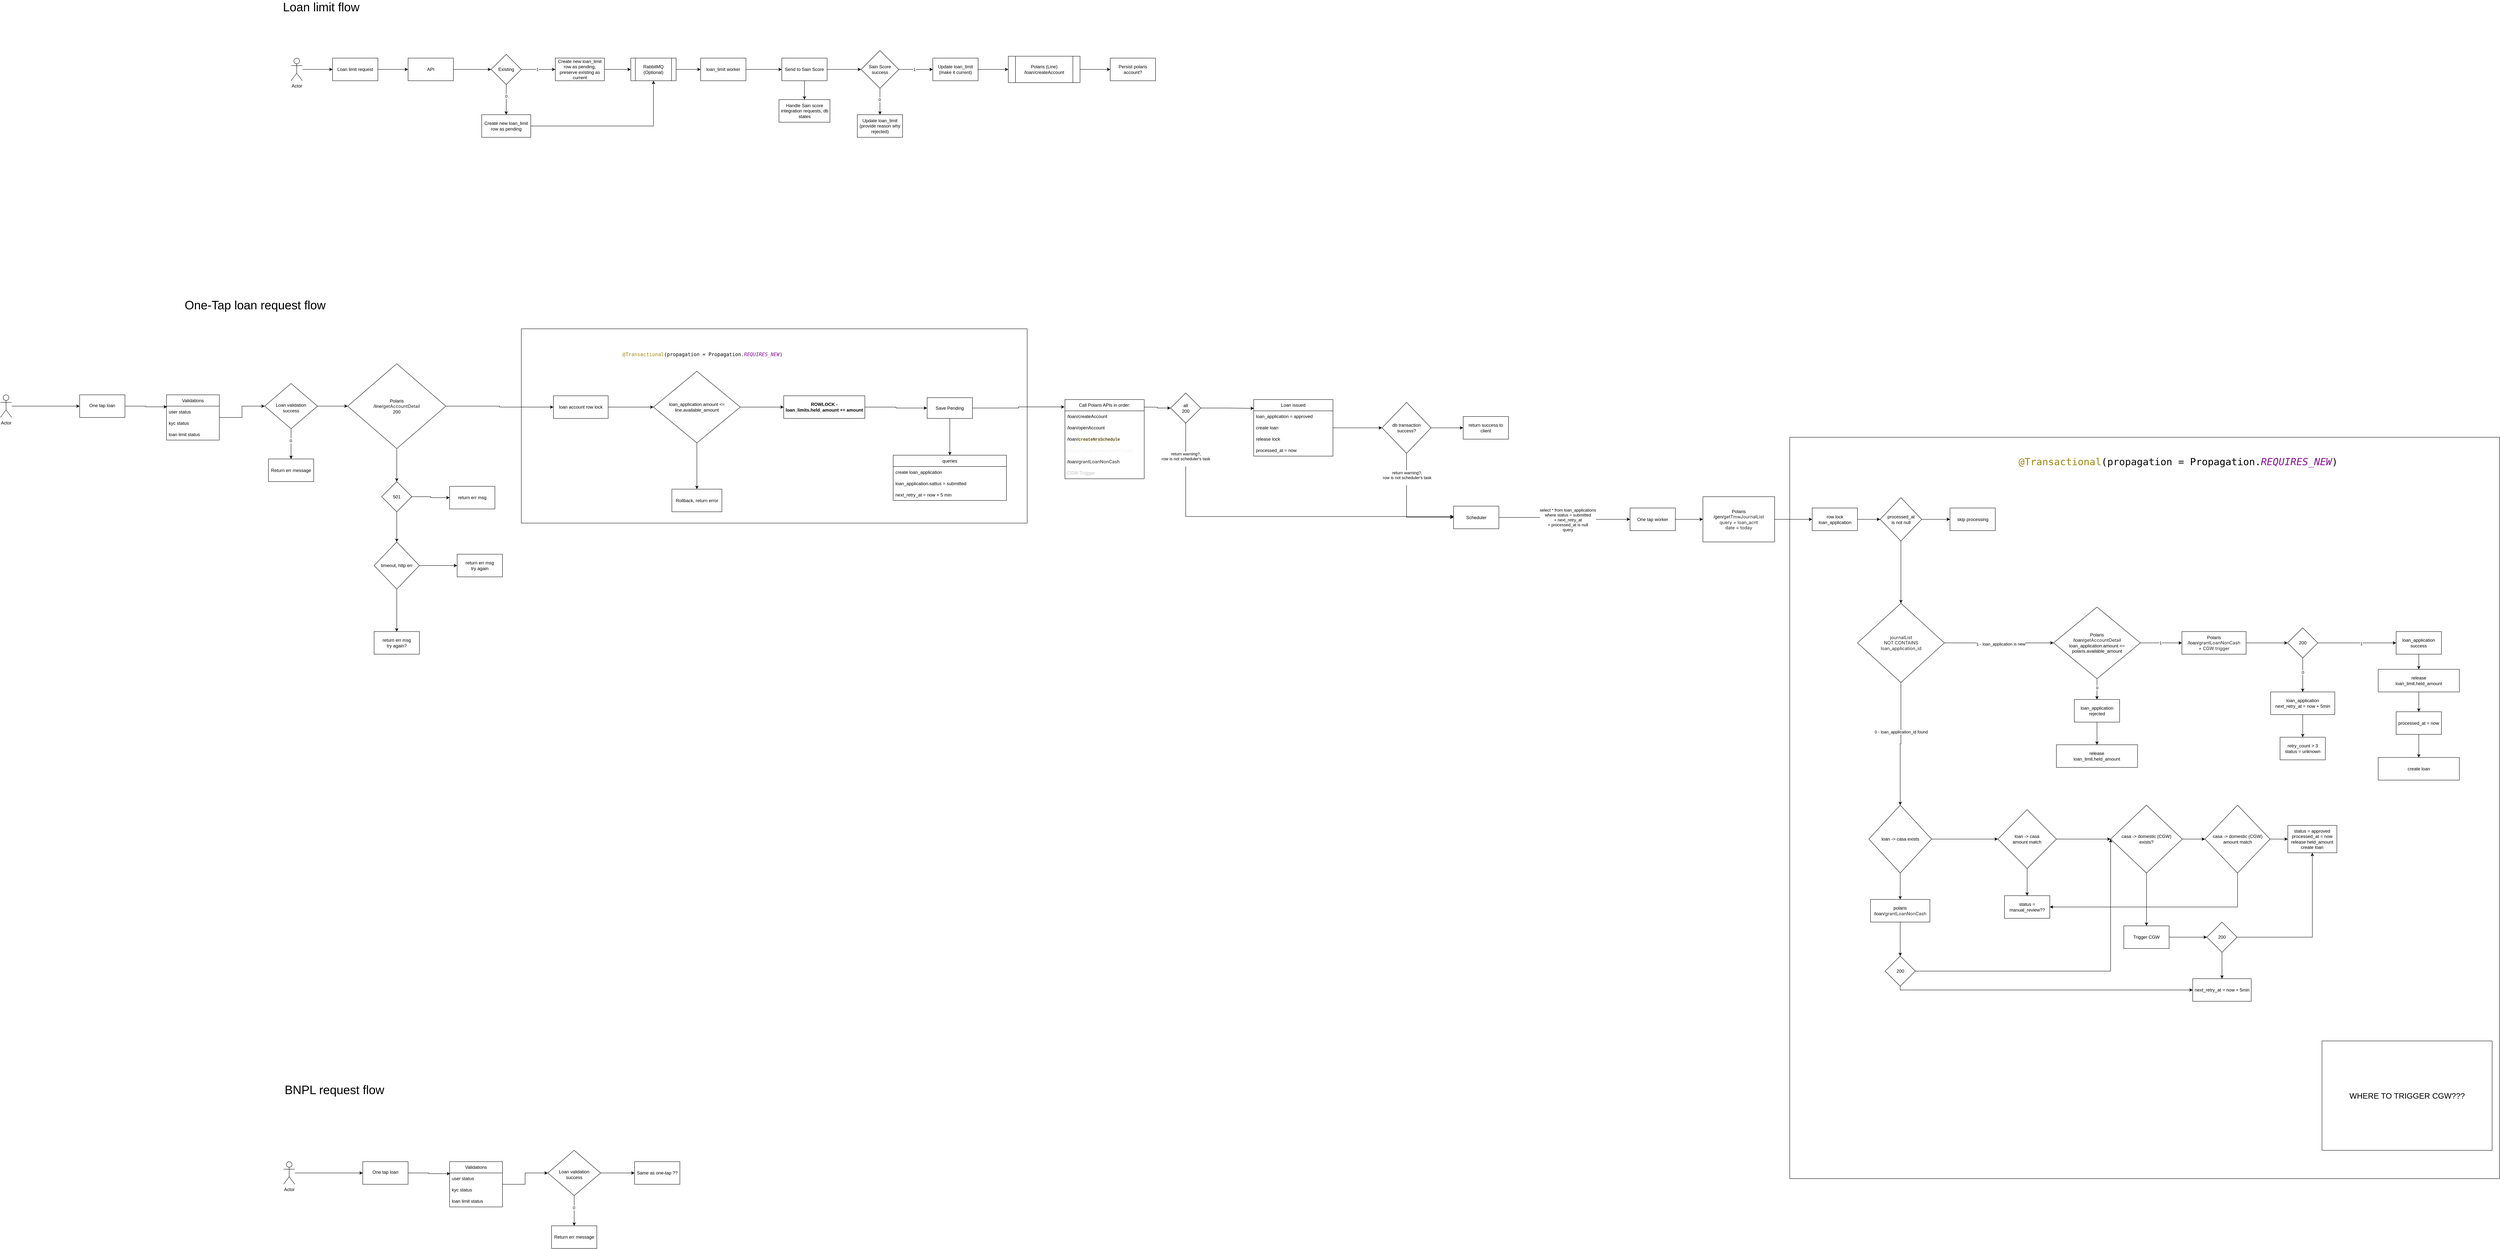
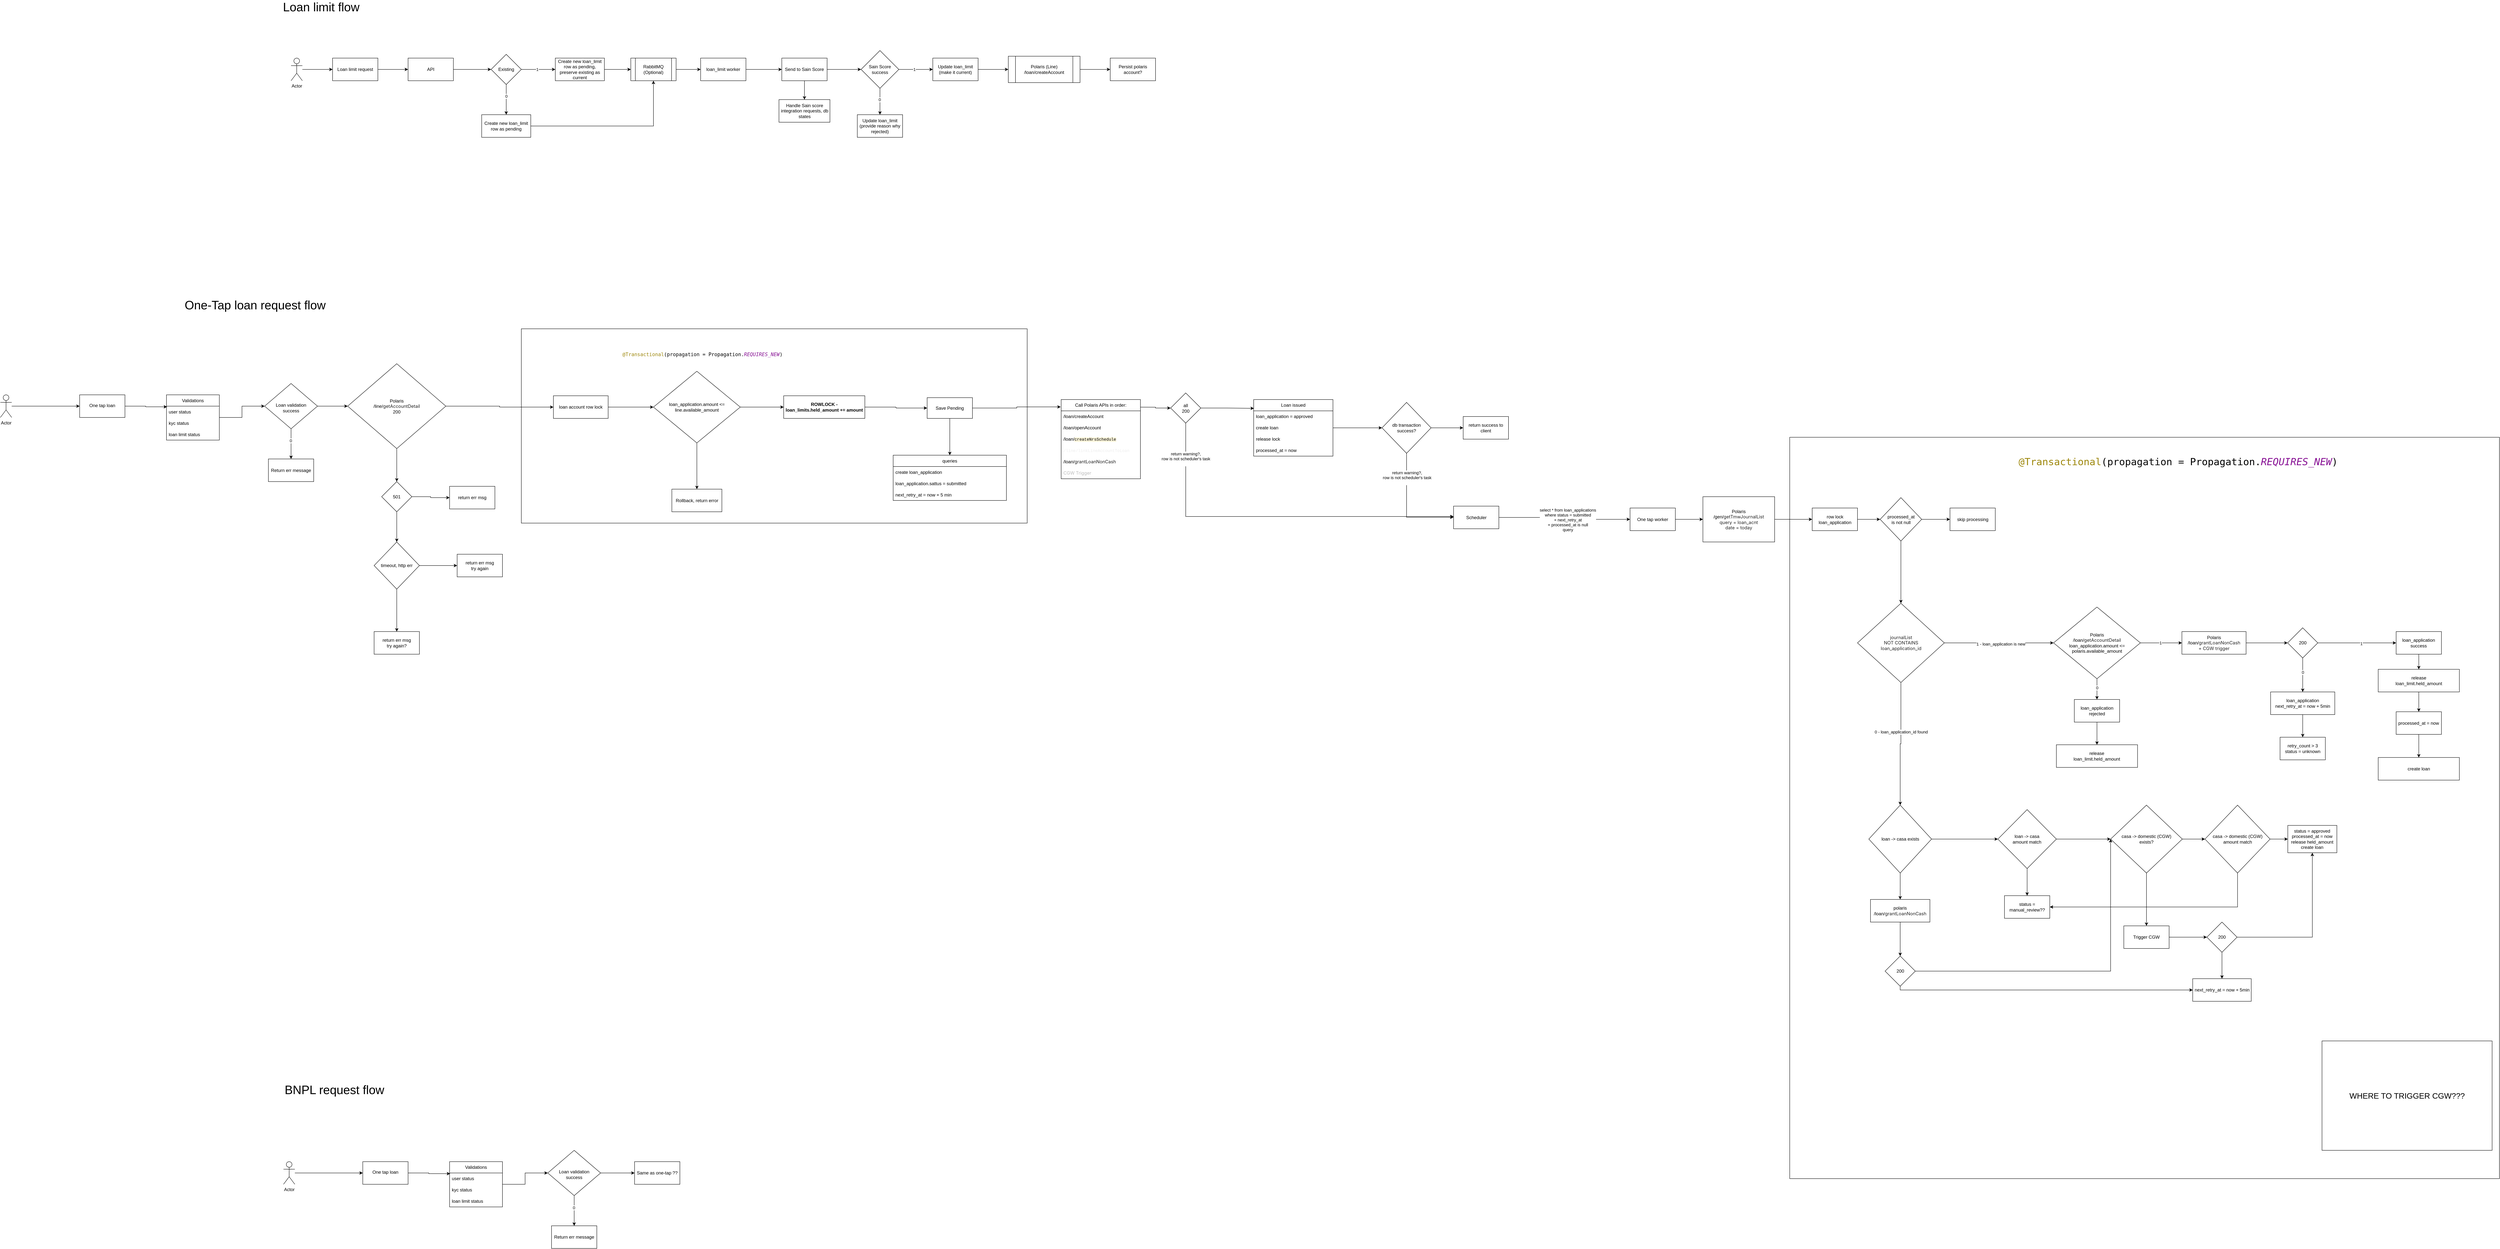
<mxfile host="app.diagrams.net">
  <diagram name="Page-1" id="VCBSuIh8bz7kurrQ0Zaz">
    <mxGraphModel dx="1966" dy="653" grid="1" gridSize="10" guides="1" tooltips="1" connect="1" arrows="1" fold="1" page="1" pageScale="1" pageWidth="850" pageHeight="1100" math="0" shadow="0">
      <root>
        <mxCell id="0" />
        <mxCell id="1" parent="0" />
        <mxCell id="In8fDh9ZLN2M87an2Miy-188" parent="1" style="rounded=0;whiteSpace=wrap;html=1;movable=0;resizable=0;rotatable=0;deletable=0;editable=0;locked=1;connectable=0;" value="" vertex="1">
          <mxGeometry height="1965" width="1880" x="4010" y="1215" as="geometry" />
        </mxCell>
        <mxCell id="In8fDh9ZLN2M87an2Miy-172" parent="1" style="rounded=0;whiteSpace=wrap;html=1;movable=1;resizable=1;rotatable=1;deletable=1;editable=1;locked=0;connectable=1;" value="" vertex="1">
          <mxGeometry height="515" width="1340" x="650" y="927.5" as="geometry" />
        </mxCell>
        <mxCell id="KqixbsF9o6dLofBvsG9t-5" edge="1" parent="1" source="KqixbsF9o6dLofBvsG9t-1" style="edgeStyle=orthogonalEdgeStyle;rounded=0;orthogonalLoop=1;jettySize=auto;html=1;" target="KqixbsF9o6dLofBvsG9t-4" value="">
          <mxGeometry relative="1" as="geometry" />
        </mxCell>
        <mxCell id="KqixbsF9o6dLofBvsG9t-1" parent="1" style="rounded=0;whiteSpace=wrap;html=1;" value="Loan limit request" vertex="1">
          <mxGeometry height="60" width="120" x="150" y="210" as="geometry" />
        </mxCell>
        <mxCell id="KqixbsF9o6dLofBvsG9t-3" edge="1" parent="1" source="KqixbsF9o6dLofBvsG9t-2" style="edgeStyle=orthogonalEdgeStyle;rounded=0;orthogonalLoop=1;jettySize=auto;html=1;" target="KqixbsF9o6dLofBvsG9t-1" value="">
          <mxGeometry relative="1" as="geometry" />
        </mxCell>
        <mxCell id="KqixbsF9o6dLofBvsG9t-2" parent="1" style="shape=umlActor;verticalLabelPosition=bottom;verticalAlign=top;html=1;outlineConnect=0;" value="Actor" vertex="1">
          <mxGeometry height="60" width="30" x="40" y="210" as="geometry" />
        </mxCell>
        <mxCell id="KqixbsF9o6dLofBvsG9t-9" edge="1" parent="1" source="KqixbsF9o6dLofBvsG9t-4" style="edgeStyle=orthogonalEdgeStyle;rounded=0;orthogonalLoop=1;jettySize=auto;html=1;" target="KqixbsF9o6dLofBvsG9t-8" value="">
          <mxGeometry relative="1" as="geometry" />
        </mxCell>
        <mxCell id="KqixbsF9o6dLofBvsG9t-4" parent="1" style="rounded=0;whiteSpace=wrap;html=1;" value="API" vertex="1">
          <mxGeometry height="60" width="120" x="350" y="210" as="geometry" />
        </mxCell>
        <mxCell id="KqixbsF9o6dLofBvsG9t-11" edge="1" parent="1" source="KqixbsF9o6dLofBvsG9t-8" style="edgeStyle=orthogonalEdgeStyle;rounded=0;orthogonalLoop=1;jettySize=auto;html=1;" target="KqixbsF9o6dLofBvsG9t-10" value="">
          <mxGeometry relative="1" as="geometry" />
        </mxCell>
        <mxCell id="KqixbsF9o6dLofBvsG9t-12" connectable="0" parent="KqixbsF9o6dLofBvsG9t-11" style="edgeLabel;html=1;align=center;verticalAlign=middle;resizable=0;points=[];" value="1" vertex="1">
          <mxGeometry relative="1" x="-0.079" as="geometry">
            <mxPoint as="offset" />
          </mxGeometry>
        </mxCell>
        <mxCell id="KqixbsF9o6dLofBvsG9t-14" edge="1" parent="1" source="KqixbsF9o6dLofBvsG9t-8" style="edgeStyle=orthogonalEdgeStyle;rounded=0;orthogonalLoop=1;jettySize=auto;html=1;" target="KqixbsF9o6dLofBvsG9t-13" value="">
          <mxGeometry relative="1" as="geometry" />
        </mxCell>
        <mxCell id="KqixbsF9o6dLofBvsG9t-15" connectable="0" parent="KqixbsF9o6dLofBvsG9t-14" style="edgeLabel;html=1;align=center;verticalAlign=middle;resizable=0;points=[];" value="0" vertex="1">
          <mxGeometry relative="1" x="-0.2407" as="geometry">
            <mxPoint as="offset" />
          </mxGeometry>
        </mxCell>
        <mxCell id="KqixbsF9o6dLofBvsG9t-8" parent="1" style="rhombus;whiteSpace=wrap;html=1;rounded=0;" value="Existing" vertex="1">
          <mxGeometry height="80" width="80" x="570" y="200" as="geometry" />
        </mxCell>
        <mxCell id="KqixbsF9o6dLofBvsG9t-23" edge="1" parent="1" source="KqixbsF9o6dLofBvsG9t-10" style="edgeStyle=orthogonalEdgeStyle;rounded=0;orthogonalLoop=1;jettySize=auto;html=1;" target="KqixbsF9o6dLofBvsG9t-22" value="">
          <mxGeometry relative="1" as="geometry" />
        </mxCell>
        <mxCell id="KqixbsF9o6dLofBvsG9t-10" parent="1" style="whiteSpace=wrap;html=1;rounded=0;" value="Create new loan_limit row as pending, preserve existing as current" vertex="1">
          <mxGeometry height="60" width="130" x="740" y="210" as="geometry" />
        </mxCell>
        <mxCell id="KqixbsF9o6dLofBvsG9t-26" edge="1" parent="1" source="KqixbsF9o6dLofBvsG9t-13" style="edgeStyle=orthogonalEdgeStyle;rounded=0;orthogonalLoop=1;jettySize=auto;html=1;entryX=0.5;entryY=1;entryDx=0;entryDy=0;" target="KqixbsF9o6dLofBvsG9t-22">
          <mxGeometry relative="1" as="geometry" />
        </mxCell>
        <mxCell id="KqixbsF9o6dLofBvsG9t-13" parent="1" style="whiteSpace=wrap;html=1;rounded=0;" value="Create new loan_limit row as pending" vertex="1">
          <mxGeometry height="60" width="130" x="545" y="360" as="geometry" />
        </mxCell>
        <mxCell id="KqixbsF9o6dLofBvsG9t-25" edge="1" parent="1" source="KqixbsF9o6dLofBvsG9t-22" style="edgeStyle=orthogonalEdgeStyle;rounded=0;orthogonalLoop=1;jettySize=auto;html=1;" target="KqixbsF9o6dLofBvsG9t-24" value="">
          <mxGeometry relative="1" as="geometry" />
        </mxCell>
        <mxCell id="KqixbsF9o6dLofBvsG9t-22" parent="1" style="shape=process;whiteSpace=wrap;html=1;backgroundOutline=1;rounded=0;" value="RabbitMQ (Optional)" vertex="1">
          <mxGeometry height="60" width="120" x="940" y="210" as="geometry" />
        </mxCell>
        <mxCell id="KqixbsF9o6dLofBvsG9t-28" edge="1" parent="1" source="KqixbsF9o6dLofBvsG9t-24" style="edgeStyle=orthogonalEdgeStyle;rounded=0;orthogonalLoop=1;jettySize=auto;html=1;" target="KqixbsF9o6dLofBvsG9t-27" value="">
          <mxGeometry relative="1" as="geometry" />
        </mxCell>
        <mxCell id="KqixbsF9o6dLofBvsG9t-24" parent="1" style="whiteSpace=wrap;html=1;rounded=0;" value="loan_limit worker" vertex="1">
          <mxGeometry height="60" width="120" x="1125" y="210" as="geometry" />
        </mxCell>
        <mxCell id="KqixbsF9o6dLofBvsG9t-30" edge="1" parent="1" source="KqixbsF9o6dLofBvsG9t-27" style="edgeStyle=orthogonalEdgeStyle;rounded=0;orthogonalLoop=1;jettySize=auto;html=1;" target="KqixbsF9o6dLofBvsG9t-29" value="">
          <mxGeometry relative="1" as="geometry" />
        </mxCell>
        <mxCell id="KqixbsF9o6dLofBvsG9t-38" edge="1" parent="1" source="KqixbsF9o6dLofBvsG9t-27" style="edgeStyle=orthogonalEdgeStyle;rounded=0;orthogonalLoop=1;jettySize=auto;html=1;" target="KqixbsF9o6dLofBvsG9t-37" value="">
          <mxGeometry relative="1" as="geometry" />
        </mxCell>
        <mxCell id="KqixbsF9o6dLofBvsG9t-27" parent="1" style="whiteSpace=wrap;html=1;rounded=0;" value="Send to Sain Score" vertex="1">
          <mxGeometry height="60" width="120" x="1340" y="210" as="geometry" />
        </mxCell>
        <mxCell id="KqixbsF9o6dLofBvsG9t-32" edge="1" parent="1" source="KqixbsF9o6dLofBvsG9t-29" style="edgeStyle=orthogonalEdgeStyle;rounded=0;orthogonalLoop=1;jettySize=auto;html=1;" target="KqixbsF9o6dLofBvsG9t-31" value="">
          <mxGeometry relative="1" as="geometry" />
        </mxCell>
        <mxCell id="KqixbsF9o6dLofBvsG9t-33" connectable="0" parent="KqixbsF9o6dLofBvsG9t-32" style="edgeLabel;html=1;align=center;verticalAlign=middle;resizable=0;points=[];" value="1" vertex="1">
          <mxGeometry relative="1" x="-0.1048" as="geometry">
            <mxPoint as="offset" />
          </mxGeometry>
        </mxCell>
        <mxCell id="KqixbsF9o6dLofBvsG9t-35" edge="1" parent="1" source="KqixbsF9o6dLofBvsG9t-29" style="edgeStyle=orthogonalEdgeStyle;rounded=0;orthogonalLoop=1;jettySize=auto;html=1;" target="KqixbsF9o6dLofBvsG9t-34" value="">
          <mxGeometry relative="1" as="geometry" />
        </mxCell>
        <mxCell id="KqixbsF9o6dLofBvsG9t-36" connectable="0" parent="KqixbsF9o6dLofBvsG9t-35" style="edgeLabel;html=1;align=center;verticalAlign=middle;resizable=0;points=[];" value="0" vertex="1">
          <mxGeometry relative="1" x="-0.1429" y="-1" as="geometry">
            <mxPoint as="offset" />
          </mxGeometry>
        </mxCell>
        <mxCell id="KqixbsF9o6dLofBvsG9t-29" parent="1" style="rhombus;whiteSpace=wrap;html=1;rounded=0;" value="Sain Score success" vertex="1">
          <mxGeometry height="100" width="100" x="1550" y="190" as="geometry" />
        </mxCell>
        <mxCell id="KqixbsF9o6dLofBvsG9t-66" edge="1" parent="1" source="KqixbsF9o6dLofBvsG9t-31" style="edgeStyle=orthogonalEdgeStyle;rounded=0;orthogonalLoop=1;jettySize=auto;html=1;" target="KqixbsF9o6dLofBvsG9t-65" value="">
          <mxGeometry relative="1" as="geometry" />
        </mxCell>
        <mxCell id="KqixbsF9o6dLofBvsG9t-31" parent="1" style="whiteSpace=wrap;html=1;rounded=0;" value="Update loan_limit (make it current)" vertex="1">
          <mxGeometry height="60" width="120" x="1740" y="210" as="geometry" />
        </mxCell>
        <mxCell id="KqixbsF9o6dLofBvsG9t-34" parent="1" style="whiteSpace=wrap;html=1;rounded=0;" value="Update loan_limit&lt;br&gt;(provide reason why rejected)" vertex="1">
          <mxGeometry height="60" width="120" x="1540" y="360" as="geometry" />
        </mxCell>
        <mxCell id="KqixbsF9o6dLofBvsG9t-37" parent="1" style="whiteSpace=wrap;html=1;rounded=0;" value="Handle Sain score integration requests, db states" vertex="1">
          <mxGeometry height="60" width="135" x="1332.5" y="320" as="geometry" />
        </mxCell>
        <mxCell id="KqixbsF9o6dLofBvsG9t-40" parent="1" style="text;html=1;whiteSpace=wrap;strokeColor=none;fillColor=none;align=center;verticalAlign=middle;rounded=0;fontSize=32;" value="Loan limit flow" vertex="1">
          <mxGeometry height="30" width="260" x="-10" y="60" as="geometry" />
        </mxCell>
        <mxCell id="KqixbsF9o6dLofBvsG9t-74" edge="1" parent="1" source="KqixbsF9o6dLofBvsG9t-65" style="edgeStyle=orthogonalEdgeStyle;rounded=0;orthogonalLoop=1;jettySize=auto;html=1;" target="KqixbsF9o6dLofBvsG9t-73" value="">
          <mxGeometry relative="1" as="geometry" />
        </mxCell>
        <mxCell id="KqixbsF9o6dLofBvsG9t-65" parent="1" style="shape=process;whiteSpace=wrap;html=1;backgroundOutline=1;rounded=0;" value="Polaris (Line)&lt;br&gt;/loan/createAccount" vertex="1">
          <mxGeometry height="70" width="190" x="1940" y="205" as="geometry" />
        </mxCell>
        <mxCell id="KqixbsF9o6dLofBvsG9t-73" parent="1" style="whiteSpace=wrap;html=1;rounded=0;" value="Persist polaris account?" vertex="1">
          <mxGeometry height="60" width="120" x="2210" y="210" as="geometry" />
        </mxCell>
        <mxCell id="U8Ajh8Gpa-m2DNKNFQys-1" parent="1" style="text;html=1;whiteSpace=wrap;strokeColor=none;fillColor=none;align=center;verticalAlign=middle;rounded=0;fontSize=32;" value="One-Tap loan request flow" vertex="1">
          <mxGeometry height="30" width="470" x="-290" y="850" as="geometry" />
        </mxCell>
        <mxCell id="In8fDh9ZLN2M87an2Miy-1" edge="1" parent="1" source="In8fDh9ZLN2M87an2Miy-2" style="edgeStyle=orthogonalEdgeStyle;rounded=0;orthogonalLoop=1;jettySize=auto;html=1;" target="In8fDh9ZLN2M87an2Miy-4" value="">
          <mxGeometry relative="1" as="geometry" />
        </mxCell>
        <mxCell id="In8fDh9ZLN2M87an2Miy-2" parent="1" style="shape=umlActor;verticalLabelPosition=bottom;verticalAlign=top;html=1;outlineConnect=0;" value="Actor" vertex="1">
          <mxGeometry height="60" width="30" x="-730" y="1102.5" as="geometry" />
        </mxCell>
        <mxCell id="In8fDh9ZLN2M87an2Miy-3" edge="1" parent="1" source="In8fDh9ZLN2M87an2Miy-4" style="edgeStyle=orthogonalEdgeStyle;rounded=0;orthogonalLoop=1;jettySize=auto;html=1;entryX=0.011;entryY=0.06;entryDx=0;entryDy=0;entryPerimeter=0;" target="In8fDh9ZLN2M87an2Miy-28" value="">
          <mxGeometry relative="1" as="geometry">
            <mxPoint x="-310" y="1132.5" as="targetPoint" />
          </mxGeometry>
        </mxCell>
        <mxCell id="In8fDh9ZLN2M87an2Miy-4" parent="1" style="whiteSpace=wrap;html=1;verticalAlign=top;" value="&lt;div&gt;&lt;br&gt;&lt;/div&gt;&lt;div&gt;One tap loan&lt;/div&gt;" vertex="1">
          <mxGeometry height="60" width="120" x="-520" y="1102.5" as="geometry" />
        </mxCell>
        <mxCell id="In8fDh9ZLN2M87an2Miy-7" edge="1" parent="1" source="In8fDh9ZLN2M87an2Miy-9" style="edgeStyle=orthogonalEdgeStyle;rounded=0;orthogonalLoop=1;jettySize=auto;html=1;" target="In8fDh9ZLN2M87an2Miy-13" value="">
          <mxGeometry relative="1" as="geometry" />
        </mxCell>
        <mxCell id="In8fDh9ZLN2M87an2Miy-8" connectable="0" parent="In8fDh9ZLN2M87an2Miy-7" style="edgeLabel;html=1;align=center;verticalAlign=middle;resizable=0;points=[];" value="0" vertex="1">
          <mxGeometry relative="1" x="-0.2091" y="-1" as="geometry">
            <mxPoint as="offset" />
          </mxGeometry>
        </mxCell>
        <mxCell id="In8fDh9ZLN2M87an2Miy-230" edge="1" parent="1" source="In8fDh9ZLN2M87an2Miy-9" style="edgeStyle=orthogonalEdgeStyle;rounded=0;orthogonalLoop=1;jettySize=auto;html=1;" target="In8fDh9ZLN2M87an2Miy-228">
          <mxGeometry relative="1" as="geometry" />
        </mxCell>
        <mxCell id="In8fDh9ZLN2M87an2Miy-9" parent="1" style="rhombus;whiteSpace=wrap;html=1;verticalAlign=top;" value="&lt;br&gt;&lt;br&gt;&lt;div&gt;&lt;br&gt;&lt;/div&gt;&lt;div&gt;Loan validation&lt;br&gt;success&lt;/div&gt;" vertex="1">
          <mxGeometry height="120" width="140" x="-30" y="1072.5" as="geometry" />
        </mxCell>
        <mxCell id="In8fDh9ZLN2M87an2Miy-10" edge="1" parent="1" source="In8fDh9ZLN2M87an2Miy-12" style="edgeStyle=orthogonalEdgeStyle;rounded=0;orthogonalLoop=1;jettySize=auto;html=1;entryX=0.5;entryY=0;entryDx=0;entryDy=0;" target="In8fDh9ZLN2M87an2Miy-14">
          <mxGeometry relative="1" as="geometry" />
        </mxCell>
        <mxCell id="In8fDh9ZLN2M87an2Miy-54" edge="1" parent="1" source="In8fDh9ZLN2M87an2Miy-105" style="edgeStyle=orthogonalEdgeStyle;rounded=0;orthogonalLoop=1;jettySize=auto;html=1;exitX=1;exitY=0.5;exitDx=0;exitDy=0;" target="In8fDh9ZLN2M87an2Miy-53" value="">
          <mxGeometry relative="1" as="geometry">
            <mxPoint x="3329.5" y="1432.5" as="sourcePoint" />
          </mxGeometry>
        </mxCell>
        <mxCell id="In8fDh9ZLN2M87an2Miy-55" connectable="0" parent="In8fDh9ZLN2M87an2Miy-54" style="edgeLabel;html=1;align=center;verticalAlign=middle;resizable=0;points=[];" value="select * from loan_applications&lt;br&gt;where status = submitted&lt;br&gt;+ next_retry_at&lt;br&gt;+ processed_at is null&lt;br&gt;query" vertex="1">
          <mxGeometry relative="1" x="0.0637" y="-1" as="geometry">
            <mxPoint as="offset" />
          </mxGeometry>
        </mxCell>
        <mxCell id="In8fDh9ZLN2M87an2Miy-246" edge="1" parent="1" source="In8fDh9ZLN2M87an2Miy-12" style="edgeStyle=orthogonalEdgeStyle;rounded=0;orthogonalLoop=1;jettySize=auto;html=1;entryX=-0.006;entryY=0.093;entryDx=0;entryDy=0;entryPerimeter=0;" target="In8fDh9ZLN2M87an2Miy-247">
          <mxGeometry relative="1" as="geometry">
            <mxPoint x="2090" y="1137.5" as="targetPoint" />
          </mxGeometry>
        </mxCell>
        <mxCell id="In8fDh9ZLN2M87an2Miy-12" parent="1" style="whiteSpace=wrap;html=1;verticalAlign=middle;" value="Save Pending" vertex="1">
          <mxGeometry height="55" width="120" x="1725" y="1110" as="geometry" />
        </mxCell>
        <mxCell id="In8fDh9ZLN2M87an2Miy-13" parent="1" style="whiteSpace=wrap;html=1;verticalAlign=middle;" value="Return err message" vertex="1">
          <mxGeometry height="60" width="120" x="-20" y="1272.5" as="geometry" />
        </mxCell>
        <mxCell id="In8fDh9ZLN2M87an2Miy-14" parent="1" style="swimlane;fontStyle=0;childLayout=stackLayout;horizontal=1;startSize=30;horizontalStack=0;resizeParent=1;resizeParentMax=0;resizeLast=0;collapsible=1;marginBottom=0;whiteSpace=wrap;html=1;" value="queries" vertex="1">
          <mxGeometry height="120" width="300" x="1635" y="1262.5" as="geometry" />
        </mxCell>
        <mxCell id="In8fDh9ZLN2M87an2Miy-15" parent="In8fDh9ZLN2M87an2Miy-14" style="text;strokeColor=none;fillColor=none;align=left;verticalAlign=middle;spacingLeft=4;spacingRight=4;overflow=hidden;points=[[0,0.5],[1,0.5]];portConstraint=eastwest;rotatable=0;whiteSpace=wrap;html=1;" value="create loan_application" vertex="1">
          <mxGeometry height="30" width="300" y="30" as="geometry" />
        </mxCell>
        <mxCell id="In8fDh9ZLN2M87an2Miy-104" parent="In8fDh9ZLN2M87an2Miy-14" style="text;strokeColor=none;fillColor=none;align=left;verticalAlign=middle;spacingLeft=4;spacingRight=4;overflow=hidden;points=[[0,0.5],[1,0.5]];portConstraint=eastwest;rotatable=0;whiteSpace=wrap;html=1;" value="loan_application.sattus = submitted" vertex="1">
          <mxGeometry height="30" width="300" y="60" as="geometry" />
        </mxCell>
        <mxCell id="In8fDh9ZLN2M87an2Miy-17" parent="In8fDh9ZLN2M87an2Miy-14" style="text;strokeColor=none;fillColor=none;align=left;verticalAlign=middle;spacingLeft=4;spacingRight=4;overflow=hidden;points=[[0,0.5],[1,0.5]];portConstraint=eastwest;rotatable=0;whiteSpace=wrap;html=1;" value="next_retry_at = now + 5 min" vertex="1">
          <mxGeometry height="30" width="300" y="90" as="geometry" />
        </mxCell>
        <mxCell id="In8fDh9ZLN2M87an2Miy-32" edge="1" parent="1" source="In8fDh9ZLN2M87an2Miy-27" style="edgeStyle=orthogonalEdgeStyle;rounded=0;orthogonalLoop=1;jettySize=auto;html=1;entryX=0;entryY=0.5;entryDx=0;entryDy=0;" target="In8fDh9ZLN2M87an2Miy-9">
          <mxGeometry relative="1" as="geometry" />
        </mxCell>
        <mxCell id="In8fDh9ZLN2M87an2Miy-27" parent="1" style="swimlane;fontStyle=0;childLayout=stackLayout;horizontal=1;startSize=30;horizontalStack=0;resizeParent=1;resizeParentMax=0;resizeLast=0;collapsible=1;marginBottom=0;whiteSpace=wrap;html=1;" value="Validations" vertex="1">
          <mxGeometry height="120" width="140" x="-290" y="1102.5" as="geometry" />
        </mxCell>
        <mxCell id="In8fDh9ZLN2M87an2Miy-28" parent="In8fDh9ZLN2M87an2Miy-27" style="text;strokeColor=none;fillColor=none;align=left;verticalAlign=middle;spacingLeft=4;spacingRight=4;overflow=hidden;points=[[0,0.5],[1,0.5]];portConstraint=eastwest;rotatable=0;whiteSpace=wrap;html=1;" value="user status" vertex="1">
          <mxGeometry height="30" width="140" y="30" as="geometry" />
        </mxCell>
        <mxCell id="In8fDh9ZLN2M87an2Miy-29" parent="In8fDh9ZLN2M87an2Miy-27" style="text;strokeColor=none;fillColor=none;align=left;verticalAlign=middle;spacingLeft=4;spacingRight=4;overflow=hidden;points=[[0,0.5],[1,0.5]];portConstraint=eastwest;rotatable=0;whiteSpace=wrap;html=1;" value="kyc status" vertex="1">
          <mxGeometry height="30" width="140" y="60" as="geometry" />
        </mxCell>
        <mxCell id="In8fDh9ZLN2M87an2Miy-33" parent="In8fDh9ZLN2M87an2Miy-27" style="text;strokeColor=none;fillColor=none;align=left;verticalAlign=middle;spacingLeft=4;spacingRight=4;overflow=hidden;points=[[0,0.5],[1,0.5]];portConstraint=eastwest;rotatable=0;whiteSpace=wrap;html=1;" value="loan limit status" vertex="1">
          <mxGeometry height="30" width="140" y="90" as="geometry" />
        </mxCell>
        <mxCell id="In8fDh9ZLN2M87an2Miy-116" edge="1" parent="1" source="In8fDh9ZLN2M87an2Miy-53" style="edgeStyle=orthogonalEdgeStyle;rounded=0;orthogonalLoop=1;jettySize=auto;html=1;entryX=0;entryY=0.5;entryDx=0;entryDy=0;" target="In8fDh9ZLN2M87an2Miy-68">
          <mxGeometry relative="1" as="geometry" />
        </mxCell>
        <mxCell id="In8fDh9ZLN2M87an2Miy-53" parent="1" style="whiteSpace=wrap;html=1;" value="One tap worker" vertex="1">
          <mxGeometry height="60" width="120" x="3587" y="1402.5" as="geometry" />
        </mxCell>
        <mxCell id="In8fDh9ZLN2M87an2Miy-67" edge="1" parent="1" source="In8fDh9ZLN2M87an2Miy-58" style="edgeStyle=orthogonalEdgeStyle;rounded=0;orthogonalLoop=1;jettySize=auto;html=1;entryX=0;entryY=0.5;entryDx=0;entryDy=0;" target="In8fDh9ZLN2M87an2Miy-66" value="">
          <mxGeometry relative="1" as="geometry">
            <mxPoint x="5343.87" y="1760" as="targetPoint" />
          </mxGeometry>
        </mxCell>
        <mxCell id="In8fDh9ZLN2M87an2Miy-58" parent="1" style="whiteSpace=wrap;html=1;" value="Polaris /loan/&lt;span style=&quot;color: rgb(33, 33, 33); font-family: Inter, system-ui, -apple-system, &amp;quot;system-ui&amp;quot;, &amp;quot;Segoe UI&amp;quot;, Roboto, Oxygen, Ubuntu, Cantarell, &amp;quot;Fira Sans&amp;quot;, &amp;quot;Droid Sans&amp;quot;, Helvetica, Arial, sans-serif; text-align: left; white-space: pre-wrap; background-color: rgb(255, 255, 255);&quot;&gt;grantLoanNonCash&lt;br/&gt;+ CGW trigger&lt;/span&gt;" vertex="1">
          <mxGeometry height="60" width="170" x="5048.87" y="1730" as="geometry" />
        </mxCell>
        <mxCell id="In8fDh9ZLN2M87an2Miy-62" edge="1" parent="1" source="In8fDh9ZLN2M87an2Miy-59" style="edgeStyle=orthogonalEdgeStyle;rounded=0;orthogonalLoop=1;jettySize=auto;html=1;" target="In8fDh9ZLN2M87an2Miy-61" value="">
          <mxGeometry relative="1" as="geometry" />
        </mxCell>
        <mxCell id="In8fDh9ZLN2M87an2Miy-91" connectable="0" parent="In8fDh9ZLN2M87an2Miy-62" style="edgeLabel;html=1;align=center;verticalAlign=middle;resizable=0;points=[];" value="0" vertex="1">
          <mxGeometry relative="1" x="-0.1431" as="geometry">
            <mxPoint as="offset" />
          </mxGeometry>
        </mxCell>
        <mxCell id="In8fDh9ZLN2M87an2Miy-65" edge="1" parent="1" source="In8fDh9ZLN2M87an2Miy-59" style="edgeStyle=orthogonalEdgeStyle;rounded=0;orthogonalLoop=1;jettySize=auto;html=1;" target="In8fDh9ZLN2M87an2Miy-58">
          <mxGeometry relative="1" as="geometry" />
        </mxCell>
        <mxCell id="In8fDh9ZLN2M87an2Miy-90" connectable="0" parent="In8fDh9ZLN2M87an2Miy-65" style="edgeLabel;html=1;align=center;verticalAlign=middle;resizable=0;points=[];" value="1" vertex="1">
          <mxGeometry relative="1" x="-0.0451" as="geometry">
            <mxPoint as="offset" />
          </mxGeometry>
        </mxCell>
        <mxCell id="In8fDh9ZLN2M87an2Miy-59" parent="1" style="rhombus;whiteSpace=wrap;html=1;" value="Polaris&lt;br&gt;/loan/&lt;span style=&quot;color: rgb(33, 33, 33); font-family: Inter, system-ui, -apple-system, &amp;quot;system-ui&amp;quot;, &amp;quot;Segoe UI&amp;quot;, Roboto, Oxygen, Ubuntu, Cantarell, &amp;quot;Fira Sans&amp;quot;, &amp;quot;Droid Sans&amp;quot;, Helvetica, Arial, sans-serif; text-align: left; white-space: pre-wrap; background-color: rgb(255, 255, 255);&quot;&gt;getAccountDetail&lt;/span&gt;&lt;br&gt;loan_application.amount &amp;lt;= polaris.available_amount" vertex="1">
          <mxGeometry height="190" width="230" x="4708.87" y="1665" as="geometry" />
        </mxCell>
        <mxCell id="In8fDh9ZLN2M87an2Miy-64" edge="1" parent="1" source="In8fDh9ZLN2M87an2Miy-61" style="edgeStyle=orthogonalEdgeStyle;rounded=0;orthogonalLoop=1;jettySize=auto;html=1;" target="In8fDh9ZLN2M87an2Miy-63" value="">
          <mxGeometry relative="1" as="geometry" />
        </mxCell>
        <mxCell id="In8fDh9ZLN2M87an2Miy-61" parent="1" style="whiteSpace=wrap;html=1;" value="loan_application&lt;br&gt;rejected" vertex="1">
          <mxGeometry height="60" width="120" x="4763.87" y="1910" as="geometry" />
        </mxCell>
        <mxCell id="In8fDh9ZLN2M87an2Miy-63" parent="1" style="whiteSpace=wrap;html=1;" value="release &lt;br&gt;loan_limit.held_amount" vertex="1">
          <mxGeometry height="60" width="215" x="4716.37" y="2030" as="geometry" />
        </mxCell>
        <mxCell id="In8fDh9ZLN2M87an2Miy-81" edge="1" parent="1" source="In8fDh9ZLN2M87an2Miy-66" style="edgeStyle=orthogonalEdgeStyle;rounded=0;orthogonalLoop=1;jettySize=auto;html=1;entryX=0;entryY=0.5;entryDx=0;entryDy=0;" target="In8fDh9ZLN2M87an2Miy-79">
          <mxGeometry relative="1" as="geometry" />
        </mxCell>
        <mxCell id="In8fDh9ZLN2M87an2Miy-92" connectable="0" parent="In8fDh9ZLN2M87an2Miy-81" style="edgeLabel;html=1;align=center;verticalAlign=middle;resizable=0;points=[];" value="1" vertex="1">
          <mxGeometry relative="1" x="0.1055" y="-2" as="geometry">
            <mxPoint as="offset" />
          </mxGeometry>
        </mxCell>
        <mxCell id="In8fDh9ZLN2M87an2Miy-83" edge="1" parent="1" source="In8fDh9ZLN2M87an2Miy-66" style="edgeStyle=orthogonalEdgeStyle;rounded=0;orthogonalLoop=1;jettySize=auto;html=1;" target="In8fDh9ZLN2M87an2Miy-82" value="">
          <mxGeometry relative="1" as="geometry" />
        </mxCell>
        <mxCell id="In8fDh9ZLN2M87an2Miy-93" connectable="0" parent="In8fDh9ZLN2M87an2Miy-83" style="edgeLabel;html=1;align=center;verticalAlign=middle;resizable=0;points=[];" value="0" vertex="1">
          <mxGeometry relative="1" x="-0.1623" as="geometry">
            <mxPoint as="offset" />
          </mxGeometry>
        </mxCell>
        <mxCell id="In8fDh9ZLN2M87an2Miy-66" parent="1" style="rhombus;whiteSpace=wrap;html=1;" value="200" vertex="1">
          <mxGeometry height="80" width="80" x="5328.87" y="1720" as="geometry" />
        </mxCell>
        <mxCell id="In8fDh9ZLN2M87an2Miy-119" edge="1" parent="1" source="In8fDh9ZLN2M87an2Miy-68" style="edgeStyle=orthogonalEdgeStyle;rounded=0;orthogonalLoop=1;jettySize=auto;html=1;" target="In8fDh9ZLN2M87an2Miy-118" value="">
          <mxGeometry relative="1" as="geometry" />
        </mxCell>
        <mxCell id="In8fDh9ZLN2M87an2Miy-68" parent="1" style="whiteSpace=wrap;html=1;" value="Polaris&lt;br&gt;/gen/&lt;span style=&quot;white-space: pre-wrap; color: rgb(33, 33, 33); font-family: Inter, system-ui, -apple-system, &amp;quot;system-ui&amp;quot;, &amp;quot;Segoe UI&amp;quot;, Roboto, Oxygen, Ubuntu, Cantarell, &amp;quot;Fira Sans&amp;quot;, &amp;quot;Droid Sans&amp;quot;, Helvetica, Arial, sans-serif; text-align: left; background-color: rgb(255, 255, 255);&quot;&gt;getTmwJournalList&lt;br&gt;query = loan_acnt&lt;br/&gt;date = today&lt;/span&gt;" vertex="1">
          <mxGeometry height="120" width="190" x="3780" y="1372.5" as="geometry" />
        </mxCell>
        <mxCell id="In8fDh9ZLN2M87an2Miy-71" edge="1" parent="1" source="In8fDh9ZLN2M87an2Miy-69" style="edgeStyle=orthogonalEdgeStyle;rounded=0;orthogonalLoop=1;jettySize=auto;html=1;entryX=0;entryY=0.5;entryDx=0;entryDy=0;" target="In8fDh9ZLN2M87an2Miy-59">
          <mxGeometry relative="1" as="geometry" />
        </mxCell>
        <mxCell id="In8fDh9ZLN2M87an2Miy-77" connectable="0" parent="In8fDh9ZLN2M87an2Miy-71" style="edgeLabel;html=1;align=center;verticalAlign=middle;resizable=0;points=[];" value="1 - loan_application is new" vertex="1">
          <mxGeometry relative="1" x="0.0312" y="-3" as="geometry">
            <mxPoint as="offset" />
          </mxGeometry>
        </mxCell>
        <mxCell id="In8fDh9ZLN2M87an2Miy-73" edge="1" parent="1" source="In8fDh9ZLN2M87an2Miy-69" style="edgeStyle=orthogonalEdgeStyle;rounded=0;orthogonalLoop=1;jettySize=auto;html=1;entryX=0.5;entryY=0;entryDx=0;entryDy=0;" target="In8fDh9ZLN2M87an2Miy-111" value="">
          <mxGeometry relative="1" as="geometry">
            <mxPoint x="4303.87" y="1960" as="targetPoint" />
          </mxGeometry>
        </mxCell>
        <mxCell id="In8fDh9ZLN2M87an2Miy-74" connectable="0" parent="In8fDh9ZLN2M87an2Miy-73" style="edgeLabel;html=1;align=center;verticalAlign=middle;resizable=0;points=[];" value="0 - loan_application_id found" vertex="1">
          <mxGeometry relative="1" x="-0.1975" as="geometry">
            <mxPoint as="offset" />
          </mxGeometry>
        </mxCell>
        <mxCell id="In8fDh9ZLN2M87an2Miy-69" parent="1" style="rhombus;whiteSpace=wrap;html=1;verticalAlign=middle;" value="&lt;div style=&quot;text-align: center;&quot;&gt;&lt;span style=&quot;background-color: light-dark(rgb(255, 255, 255), rgb(18, 18, 18)); color: light-dark(rgb(33, 33, 33), rgb(209, 209, 209)); font-family: Inter, system-ui, -apple-system, &amp;quot;system-ui&amp;quot;, &amp;quot;Segoe UI&amp;quot;, Roboto, Oxygen, Ubuntu, Cantarell, &amp;quot;Fira Sans&amp;quot;, &amp;quot;Droid Sans&amp;quot;, Helvetica, Arial, sans-serif; text-align: left; white-space: pre-wrap;&quot;&gt;journalList&lt;br&gt;NOT CONTAINS&lt;/span&gt;&lt;/div&gt;&lt;span style=&quot;white-space: pre-wrap; color: rgb(33, 33, 33); font-family: Inter, system-ui, -apple-system, &amp;quot;system-ui&amp;quot;, &amp;quot;Segoe UI&amp;quot;, Roboto, Oxygen, Ubuntu, Cantarell, &amp;quot;Fira Sans&amp;quot;, &amp;quot;Droid Sans&amp;quot;, Helvetica, Arial, sans-serif; text-align: left; background-color: rgb(255, 255, 255);&quot;&gt;loan_application_id&lt;/span&gt;" vertex="1">
          <mxGeometry height="210" width="230" x="4189.5" y="1655" as="geometry" />
        </mxCell>
        <mxCell id="In8fDh9ZLN2M87an2Miy-78" edge="1" parent="1" source="In8fDh9ZLN2M87an2Miy-79" style="edgeStyle=orthogonalEdgeStyle;rounded=0;orthogonalLoop=1;jettySize=auto;html=1;" target="In8fDh9ZLN2M87an2Miy-80" value="">
          <mxGeometry relative="1" as="geometry" />
        </mxCell>
        <mxCell id="In8fDh9ZLN2M87an2Miy-79" parent="1" style="whiteSpace=wrap;html=1;" value="loan_application&lt;br&gt;success" vertex="1">
          <mxGeometry height="60" width="120" x="5616.37" y="1730" as="geometry" />
        </mxCell>
        <mxCell id="In8fDh9ZLN2M87an2Miy-132" edge="1" parent="1" source="In8fDh9ZLN2M87an2Miy-80" style="edgeStyle=orthogonalEdgeStyle;rounded=0;orthogonalLoop=1;jettySize=auto;html=1;" target="In8fDh9ZLN2M87an2Miy-131" value="">
          <mxGeometry relative="1" as="geometry" />
        </mxCell>
        <mxCell id="In8fDh9ZLN2M87an2Miy-80" parent="1" style="whiteSpace=wrap;html=1;" value="release &lt;br&gt;loan_limit.held_amount" vertex="1">
          <mxGeometry height="60" width="215" x="5568.87" y="1830" as="geometry" />
        </mxCell>
        <mxCell id="In8fDh9ZLN2M87an2Miy-95" edge="1" parent="1" source="In8fDh9ZLN2M87an2Miy-82" style="edgeStyle=orthogonalEdgeStyle;rounded=0;orthogonalLoop=1;jettySize=auto;html=1;" target="In8fDh9ZLN2M87an2Miy-94" value="">
          <mxGeometry relative="1" as="geometry" />
        </mxCell>
        <mxCell id="In8fDh9ZLN2M87an2Miy-82" parent="1" style="whiteSpace=wrap;html=1;" value="loan_application&lt;br&gt;next_retry_at = now + 5min" vertex="1">
          <mxGeometry height="60" width="170" x="5283.87" y="1890" as="geometry" />
        </mxCell>
        <mxCell id="In8fDh9ZLN2M87an2Miy-88" parent="1" style="whiteSpace=wrap;html=1;" value="create loan" vertex="1">
          <mxGeometry height="60" width="215" x="5568.87" y="2063.75" as="geometry" />
        </mxCell>
        <mxCell id="In8fDh9ZLN2M87an2Miy-94" parent="1" style="whiteSpace=wrap;html=1;" value="retry_count &amp;gt; 3&lt;br&gt;status = unknown" vertex="1">
          <mxGeometry height="60" width="120" x="5308.87" y="2010" as="geometry" />
        </mxCell>
        <mxCell id="In8fDh9ZLN2M87an2Miy-105" parent="1" style="rounded=0;whiteSpace=wrap;html=1;" value="Scheduler" vertex="1">
          <mxGeometry height="60" width="120" x="3119.5" y="1397.5" as="geometry" />
        </mxCell>
        <mxCell id="In8fDh9ZLN2M87an2Miy-127" edge="1" parent="1" source="In8fDh9ZLN2M87an2Miy-111" style="edgeStyle=orthogonalEdgeStyle;rounded=0;orthogonalLoop=1;jettySize=auto;html=1;" target="In8fDh9ZLN2M87an2Miy-126" value="">
          <mxGeometry relative="1" as="geometry" />
        </mxCell>
        <mxCell id="In8fDh9ZLN2M87an2Miy-135" edge="1" parent="1" source="In8fDh9ZLN2M87an2Miy-111" style="edgeStyle=orthogonalEdgeStyle;rounded=0;orthogonalLoop=1;jettySize=auto;html=1;entryX=0;entryY=0.5;entryDx=0;entryDy=0;" target="In8fDh9ZLN2M87an2Miy-222">
          <mxGeometry relative="1" as="geometry">
            <mxPoint x="4520" y="2280" as="targetPoint" />
          </mxGeometry>
        </mxCell>
        <mxCell id="In8fDh9ZLN2M87an2Miy-111" parent="1" style="rhombus;whiteSpace=wrap;html=1;" value="loan -&amp;gt; casa exists" vertex="1">
          <mxGeometry height="180" width="166.25" x="4219.5" y="2190" as="geometry" />
        </mxCell>
        <mxCell id="In8fDh9ZLN2M87an2Miy-113" parent="1" style="whiteSpace=wrap;html=1;" value="status = approved&lt;br&gt;processed_at = now&lt;br&gt;release held_amount&lt;br&gt;create loan" vertex="1">
          <mxGeometry height="72.5" width="130" x="5329.37" y="2243.75" as="geometry" />
        </mxCell>
        <mxCell id="In8fDh9ZLN2M87an2Miy-122" edge="1" parent="1" source="In8fDh9ZLN2M87an2Miy-118" style="edgeStyle=orthogonalEdgeStyle;rounded=0;orthogonalLoop=1;jettySize=auto;html=1;" target="In8fDh9ZLN2M87an2Miy-121" value="">
          <mxGeometry relative="1" as="geometry" />
        </mxCell>
        <mxCell id="In8fDh9ZLN2M87an2Miy-118" parent="1" style="whiteSpace=wrap;html=1;" value="row lock&lt;br&gt;loan_application" vertex="1">
          <mxGeometry height="60" width="120" x="4069.5" y="1402.5" as="geometry" />
        </mxCell>
        <mxCell id="In8fDh9ZLN2M87an2Miy-124" edge="1" parent="1" source="In8fDh9ZLN2M87an2Miy-121" style="edgeStyle=orthogonalEdgeStyle;rounded=0;orthogonalLoop=1;jettySize=auto;html=1;" target="In8fDh9ZLN2M87an2Miy-123" value="">
          <mxGeometry relative="1" as="geometry" />
        </mxCell>
        <mxCell id="In8fDh9ZLN2M87an2Miy-125" edge="1" parent="1" source="In8fDh9ZLN2M87an2Miy-121" style="edgeStyle=orthogonalEdgeStyle;rounded=0;orthogonalLoop=1;jettySize=auto;html=1;entryX=0.5;entryY=0;entryDx=0;entryDy=0;" target="In8fDh9ZLN2M87an2Miy-69">
          <mxGeometry relative="1" as="geometry" />
        </mxCell>
        <mxCell id="In8fDh9ZLN2M87an2Miy-121" parent="1" style="rhombus;whiteSpace=wrap;html=1;" value="processed_at &lt;br&gt;is not null" vertex="1">
          <mxGeometry height="115" width="110" x="4249.5" y="1375" as="geometry" />
        </mxCell>
        <mxCell id="In8fDh9ZLN2M87an2Miy-123" parent="1" style="whiteSpace=wrap;html=1;" value="skip processing" vertex="1">
          <mxGeometry height="60" width="120" x="4434.5" y="1402.5" as="geometry" />
        </mxCell>
        <mxCell id="In8fDh9ZLN2M87an2Miy-216" edge="1" parent="1" source="In8fDh9ZLN2M87an2Miy-126" style="edgeStyle=orthogonalEdgeStyle;rounded=0;orthogonalLoop=1;jettySize=auto;html=1;entryX=0.5;entryY=0;entryDx=0;entryDy=0;" target="In8fDh9ZLN2M87an2Miy-214">
          <mxGeometry relative="1" as="geometry" />
        </mxCell>
        <mxCell id="In8fDh9ZLN2M87an2Miy-126" parent="1" style="whiteSpace=wrap;html=1;" value="polaris&lt;br&gt;/loan/&lt;span style=&quot;white-space: pre-wrap; color: rgb(33, 33, 33); font-family: Inter, system-ui, -apple-system, &amp;quot;system-ui&amp;quot;, &amp;quot;Segoe UI&amp;quot;, Roboto, Oxygen, Ubuntu, Cantarell, &amp;quot;Fira Sans&amp;quot;, &amp;quot;Droid Sans&amp;quot;, Helvetica, Arial, sans-serif; text-align: left; background-color: rgb(255, 255, 255);&quot;&gt;grantLoanNonCash&lt;/span&gt;" vertex="1">
          <mxGeometry height="60" width="157.38" x="4223.93" y="2440" as="geometry" />
        </mxCell>
        <mxCell id="In8fDh9ZLN2M87an2Miy-130" parent="1" style="rounded=0;whiteSpace=wrap;html=1;fontSize=21;" value="WHERE TO TRIGGER CGW???" vertex="1">
          <mxGeometry height="290" width="450.63" x="5420" y="2815" as="geometry" />
        </mxCell>
        <mxCell id="In8fDh9ZLN2M87an2Miy-133" edge="1" parent="1" source="In8fDh9ZLN2M87an2Miy-131" style="edgeStyle=orthogonalEdgeStyle;rounded=0;orthogonalLoop=1;jettySize=auto;html=1;" target="In8fDh9ZLN2M87an2Miy-88" value="">
          <mxGeometry relative="1" as="geometry" />
        </mxCell>
        <mxCell id="In8fDh9ZLN2M87an2Miy-131" parent="1" style="whiteSpace=wrap;html=1;" value="processed_at = now" vertex="1">
          <mxGeometry height="60" width="120" x="5616.37" y="1942.5" as="geometry" />
        </mxCell>
        <mxCell id="In8fDh9ZLN2M87an2Miy-141" edge="1" parent="1" source="In8fDh9ZLN2M87an2Miy-134" style="edgeStyle=orthogonalEdgeStyle;rounded=0;orthogonalLoop=1;jettySize=auto;html=1;entryX=0;entryY=0.5;entryDx=0;entryDy=0;" target="In8fDh9ZLN2M87an2Miy-139">
          <mxGeometry relative="1" as="geometry" />
        </mxCell>
        <mxCell id="In8fDh9ZLN2M87an2Miy-145" edge="1" parent="1" source="In8fDh9ZLN2M87an2Miy-134" style="edgeStyle=orthogonalEdgeStyle;rounded=0;orthogonalLoop=1;jettySize=auto;html=1;" target="In8fDh9ZLN2M87an2Miy-144" value="">
          <mxGeometry relative="1" as="geometry" />
        </mxCell>
        <mxCell id="In8fDh9ZLN2M87an2Miy-134" parent="1" style="rhombus;whiteSpace=wrap;html=1;" value="casa -&amp;gt; domestic (CGW)&lt;br&gt;exists?" vertex="1">
          <mxGeometry height="180" width="190" x="4860" y="2190" as="geometry" />
        </mxCell>
        <mxCell id="In8fDh9ZLN2M87an2Miy-142" edge="1" parent="1" source="In8fDh9ZLN2M87an2Miy-139" style="edgeStyle=orthogonalEdgeStyle;rounded=0;orthogonalLoop=1;jettySize=auto;html=1;entryX=0;entryY=0.5;entryDx=0;entryDy=0;" target="In8fDh9ZLN2M87an2Miy-113">
          <mxGeometry relative="1" as="geometry" />
        </mxCell>
        <mxCell id="In8fDh9ZLN2M87an2Miy-227" edge="1" parent="1" source="In8fDh9ZLN2M87an2Miy-139" style="edgeStyle=orthogonalEdgeStyle;rounded=0;orthogonalLoop=1;jettySize=auto;html=1;entryX=1;entryY=0.5;entryDx=0;entryDy=0;" target="In8fDh9ZLN2M87an2Miy-225">
          <mxGeometry relative="1" as="geometry">
            <Array as="points">
              <mxPoint x="5196" y="2460" />
            </Array>
          </mxGeometry>
        </mxCell>
        <mxCell id="In8fDh9ZLN2M87an2Miy-139" parent="1" style="rhombus;whiteSpace=wrap;html=1;" value="casa -&amp;gt; domestic (CGW)&lt;br&gt;amount match" vertex="1">
          <mxGeometry height="180" width="172.5" x="5110" y="2190" as="geometry" />
        </mxCell>
        <mxCell id="In8fDh9ZLN2M87an2Miy-147" edge="1" parent="1" source="In8fDh9ZLN2M87an2Miy-144" style="edgeStyle=orthogonalEdgeStyle;rounded=0;orthogonalLoop=1;jettySize=auto;html=1;" target="In8fDh9ZLN2M87an2Miy-146" value="">
          <mxGeometry relative="1" as="geometry" />
        </mxCell>
        <mxCell id="In8fDh9ZLN2M87an2Miy-144" parent="1" style="whiteSpace=wrap;html=1;" value="Trigger CGW" vertex="1">
          <mxGeometry height="60" width="120" x="4895" y="2510" as="geometry" />
        </mxCell>
        <mxCell id="In8fDh9ZLN2M87an2Miy-148" edge="1" parent="1" source="In8fDh9ZLN2M87an2Miy-146" style="edgeStyle=orthogonalEdgeStyle;rounded=0;orthogonalLoop=1;jettySize=auto;html=1;entryX=0.5;entryY=1;entryDx=0;entryDy=0;" target="In8fDh9ZLN2M87an2Miy-113">
          <mxGeometry relative="1" as="geometry" />
        </mxCell>
        <mxCell id="In8fDh9ZLN2M87an2Miy-150" edge="1" parent="1" source="In8fDh9ZLN2M87an2Miy-146" style="edgeStyle=orthogonalEdgeStyle;rounded=0;orthogonalLoop=1;jettySize=auto;html=1;" target="In8fDh9ZLN2M87an2Miy-149" value="">
          <mxGeometry relative="1" as="geometry" />
        </mxCell>
        <mxCell id="In8fDh9ZLN2M87an2Miy-146" parent="1" style="rhombus;whiteSpace=wrap;html=1;" value="200" vertex="1">
          <mxGeometry height="80" width="80" x="5115" y="2500" as="geometry" />
        </mxCell>
        <mxCell id="In8fDh9ZLN2M87an2Miy-149" parent="1" style="whiteSpace=wrap;html=1;" value="next_retry_at = now + 5min" vertex="1">
          <mxGeometry height="60" width="155" x="5077.5" y="2650" as="geometry" />
        </mxCell>
        <mxCell id="In8fDh9ZLN2M87an2Miy-176" edge="1" parent="1" source="In8fDh9ZLN2M87an2Miy-152" style="edgeStyle=orthogonalEdgeStyle;rounded=0;orthogonalLoop=1;jettySize=auto;html=1;" target="In8fDh9ZLN2M87an2Miy-175" value="">
          <mxGeometry relative="1" as="geometry" />
        </mxCell>
        <mxCell id="In8fDh9ZLN2M87an2Miy-244" edge="1" parent="1" source="In8fDh9ZLN2M87an2Miy-152" style="edgeStyle=orthogonalEdgeStyle;rounded=0;orthogonalLoop=1;jettySize=auto;html=1;entryX=0;entryY=0.5;entryDx=0;entryDy=0;" target="In8fDh9ZLN2M87an2Miy-162">
          <mxGeometry relative="1" as="geometry" />
        </mxCell>
        <mxCell id="In8fDh9ZLN2M87an2Miy-152" parent="1" style="rhombus;whiteSpace=wrap;html=1;" value="loan_application.amount &amp;lt;= line.available_amount" vertex="1">
          <mxGeometry height="190" width="230" x="1000" y="1040" as="geometry" />
        </mxCell>
        <mxCell id="In8fDh9ZLN2M87an2Miy-158" edge="1" parent="1" source="In8fDh9ZLN2M87an2Miy-247" style="edgeStyle=orthogonalEdgeStyle;rounded=0;orthogonalLoop=1;jettySize=auto;html=1;entryX=0;entryY=0.5;entryDx=0;entryDy=0;exitX=0.989;exitY=0.096;exitDx=0;exitDy=0;exitPerimeter=0;" target="In8fDh9ZLN2M87an2Miy-157">
          <mxGeometry relative="1" as="geometry">
            <mxPoint x="2300" y="1137.5714285714284" as="sourcePoint" />
          </mxGeometry>
        </mxCell>
        <mxCell id="In8fDh9ZLN2M87an2Miy-177" edge="1" parent="1" style="edgeStyle=orthogonalEdgeStyle;rounded=0;orthogonalLoop=1;jettySize=auto;html=1;entryX=0;entryY=0.5;entryDx=0;entryDy=0;">
          <mxGeometry relative="1" as="geometry">
            <Array as="points">
              <mxPoint x="2410" y="1165" />
              <mxPoint x="2410" y="1425" />
            </Array>
            <mxPoint x="2400" y="1165" as="sourcePoint" />
            <mxPoint x="3119.5" y="1425" as="targetPoint" />
          </mxGeometry>
        </mxCell>
        <mxCell id="In8fDh9ZLN2M87an2Miy-192" connectable="0" parent="In8fDh9ZLN2M87an2Miy-177" style="edgeLabel;html=1;align=center;verticalAlign=middle;resizable=0;points=[];" value="return warning?,&lt;br&gt;row is not scheduler&#39;s task&lt;div&gt;&lt;br&gt;&lt;/div&gt;" vertex="1">
          <mxGeometry relative="1" x="-0.7641" as="geometry">
            <mxPoint y="1" as="offset" />
          </mxGeometry>
        </mxCell>
        <mxCell id="In8fDh9ZLN2M87an2Miy-157" parent="1" style="rhombus;whiteSpace=wrap;html=1;" value="all&lt;br&gt;200" vertex="1">
          <mxGeometry height="80" width="80" x="2370" y="1097.5" as="geometry" />
        </mxCell>
        <mxCell id="In8fDh9ZLN2M87an2Miy-243" edge="1" parent="1" source="In8fDh9ZLN2M87an2Miy-161" style="edgeStyle=orthogonalEdgeStyle;rounded=0;orthogonalLoop=1;jettySize=auto;html=1;entryX=0;entryY=0.5;entryDx=0;entryDy=0;" target="In8fDh9ZLN2M87an2Miy-152">
          <mxGeometry relative="1" as="geometry" />
        </mxCell>
        <mxCell id="In8fDh9ZLN2M87an2Miy-161" parent="1" style="rounded=0;whiteSpace=wrap;html=1;" value="loan account row lock" vertex="1">
          <mxGeometry height="60" width="145" x="735" y="1105" as="geometry" />
        </mxCell>
        <mxCell id="In8fDh9ZLN2M87an2Miy-165" edge="1" parent="1" source="In8fDh9ZLN2M87an2Miy-162" style="edgeStyle=orthogonalEdgeStyle;rounded=0;orthogonalLoop=1;jettySize=auto;html=1;" target="In8fDh9ZLN2M87an2Miy-12">
          <mxGeometry relative="1" as="geometry" />
        </mxCell>
        <mxCell id="In8fDh9ZLN2M87an2Miy-162" parent="1" style="rounded=0;whiteSpace=wrap;html=1;" value="&lt;span style=&quot;font-weight: 700; text-align: left;&quot;&gt;ROWLOCK - loan_limits.held_amount += amount&lt;/span&gt;" vertex="1">
          <mxGeometry height="60" width="215" x="1345" y="1105" as="geometry" />
        </mxCell>
        <mxCell id="In8fDh9ZLN2M87an2Miy-184" edge="1" parent="1" source="In8fDh9ZLN2M87an2Miy-166" style="edgeStyle=orthogonalEdgeStyle;rounded=0;orthogonalLoop=1;jettySize=auto;html=1;" target="In8fDh9ZLN2M87an2Miy-183" value="">
          <mxGeometry relative="1" as="geometry" />
        </mxCell>
        <mxCell id="In8fDh9ZLN2M87an2Miy-166" parent="1" style="swimlane;fontStyle=0;childLayout=stackLayout;horizontal=1;startSize=30;horizontalStack=0;resizeParent=1;resizeParentMax=0;resizeLast=0;collapsible=1;marginBottom=0;whiteSpace=wrap;html=1;" value="Loan issued" vertex="1">
          <mxGeometry height="150" width="210" x="2590" y="1115" as="geometry" />
        </mxCell>
        <mxCell id="In8fDh9ZLN2M87an2Miy-167" parent="In8fDh9ZLN2M87an2Miy-166" style="text;strokeColor=none;fillColor=none;align=left;verticalAlign=middle;spacingLeft=4;spacingRight=4;overflow=hidden;points=[[0,0.5],[1,0.5]];portConstraint=eastwest;rotatable=0;whiteSpace=wrap;html=1;" value="loan_application = approved" vertex="1">
          <mxGeometry height="30" width="210" y="30" as="geometry" />
        </mxCell>
        <mxCell id="In8fDh9ZLN2M87an2Miy-168" parent="In8fDh9ZLN2M87an2Miy-166" style="text;strokeColor=none;fillColor=none;align=left;verticalAlign=middle;spacingLeft=4;spacingRight=4;overflow=hidden;points=[[0,0.5],[1,0.5]];portConstraint=eastwest;rotatable=0;whiteSpace=wrap;html=1;" value="create loan" vertex="1">
          <mxGeometry height="30" width="210" y="60" as="geometry" />
        </mxCell>
        <mxCell id="In8fDh9ZLN2M87an2Miy-169" parent="In8fDh9ZLN2M87an2Miy-166" style="text;strokeColor=none;fillColor=none;align=left;verticalAlign=middle;spacingLeft=4;spacingRight=4;overflow=hidden;points=[[0,0.5],[1,0.5]];portConstraint=eastwest;rotatable=0;whiteSpace=wrap;html=1;" value="release lock" vertex="1">
          <mxGeometry height="30" width="210" y="90" as="geometry" />
        </mxCell>
        <mxCell id="In8fDh9ZLN2M87an2Miy-191" parent="In8fDh9ZLN2M87an2Miy-166" style="text;strokeColor=none;fillColor=none;align=left;verticalAlign=middle;spacingLeft=4;spacingRight=4;overflow=hidden;points=[[0,0.5],[1,0.5]];portConstraint=eastwest;rotatable=0;whiteSpace=wrap;html=1;" value="processed_at = now" vertex="1">
          <mxGeometry height="30" width="210" y="120" as="geometry" />
        </mxCell>
        <mxCell id="In8fDh9ZLN2M87an2Miy-170" edge="1" parent="1" source="In8fDh9ZLN2M87an2Miy-157" style="edgeStyle=orthogonalEdgeStyle;rounded=0;orthogonalLoop=1;jettySize=auto;html=1;entryX=0.003;entryY=0.156;entryDx=0;entryDy=0;entryPerimeter=0;" target="In8fDh9ZLN2M87an2Miy-166">
          <mxGeometry relative="1" as="geometry" />
        </mxCell>
        <mxCell id="In8fDh9ZLN2M87an2Miy-174" parent="1" style="text;html=1;whiteSpace=wrap;strokeColor=none;fillColor=none;align=center;verticalAlign=middle;rounded=0;" value="&lt;div style=&quot;background-color:#ffffff;color:#080808&quot;&gt;&lt;pre style=&quot;font-family:&#39;JetBrains Mono&#39;,monospace;font-size:9.8pt;&quot;&gt;&lt;span style=&quot;color:#9e880d;&quot;&gt;@Transactional&lt;/span&gt;(propagation = &lt;span style=&quot;color:#000000;&quot;&gt;Propagation&lt;/span&gt;.&lt;span style=&quot;color:#871094;font-style:italic;&quot;&gt;REQUIRES_NEW&lt;/span&gt;)&lt;/pre&gt;&lt;/div&gt;" vertex="1">
          <mxGeometry height="30" width="240" x="1010" y="980" as="geometry" />
        </mxCell>
        <mxCell id="In8fDh9ZLN2M87an2Miy-175" parent="1" style="whiteSpace=wrap;html=1;" value="Rollback, return error" vertex="1">
          <mxGeometry height="60" width="132.5" x="1048.75" y="1352.5" as="geometry" />
        </mxCell>
        <mxCell id="In8fDh9ZLN2M87an2Miy-186" edge="1" parent="1" source="In8fDh9ZLN2M87an2Miy-183" style="edgeStyle=orthogonalEdgeStyle;rounded=0;orthogonalLoop=1;jettySize=auto;html=1;" target="In8fDh9ZLN2M87an2Miy-185" value="">
          <mxGeometry relative="1" as="geometry" />
        </mxCell>
        <mxCell id="In8fDh9ZLN2M87an2Miy-187" edge="1" parent="1" source="In8fDh9ZLN2M87an2Miy-183" style="edgeStyle=orthogonalEdgeStyle;rounded=0;orthogonalLoop=1;jettySize=auto;html=1;" target="In8fDh9ZLN2M87an2Miy-105">
          <mxGeometry relative="1" as="geometry">
            <Array as="points">
              <mxPoint x="2995" y="1427" />
            </Array>
          </mxGeometry>
        </mxCell>
        <mxCell id="In8fDh9ZLN2M87an2Miy-195" connectable="0" parent="In8fDh9ZLN2M87an2Miy-187" style="edgeLabel;html=1;align=center;verticalAlign=middle;resizable=0;points=[];" value="return warning?,&lt;br&gt;row is not scheduler&#39;s task&lt;div&gt;&lt;br&gt;&lt;/div&gt;" vertex="1">
          <mxGeometry relative="1" x="-0.5656" y="1" as="geometry">
            <mxPoint as="offset" />
          </mxGeometry>
        </mxCell>
        <mxCell id="In8fDh9ZLN2M87an2Miy-183" parent="1" style="rhombus;whiteSpace=wrap;html=1;fontStyle=0;startSize=30;horizontal=1;" value="db transaction success?" vertex="1">
          <mxGeometry height="135" width="130" x="2930" y="1122.5" as="geometry" />
        </mxCell>
        <mxCell id="In8fDh9ZLN2M87an2Miy-185" parent="1" style="whiteSpace=wrap;html=1;fontStyle=0;startSize=30;horizontal=1;" value="return success to client" vertex="1">
          <mxGeometry height="60" width="120" x="3145" y="1160" as="geometry" />
        </mxCell>
        <mxCell id="In8fDh9ZLN2M87an2Miy-189" parent="1" style="text;html=1;whiteSpace=wrap;strokeColor=none;fillColor=none;align=center;verticalAlign=middle;rounded=0;fontSize=26;" value="&lt;div style=&quot;background-color:#ffffff;color:#080808&quot;&gt;&lt;pre style=&quot;font-family: &amp;quot;JetBrains Mono&amp;quot;, monospace;&quot;&gt;&lt;span style=&quot;color:#9e880d;&quot;&gt;@Transactional&lt;/span&gt;(propagation = &lt;span style=&quot;color:#000000;&quot;&gt;Propagation&lt;/span&gt;.&lt;span style=&quot;color:#871094;font-style:italic;&quot;&gt;REQUIRES_NEW&lt;/span&gt;)&lt;/pre&gt;&lt;/div&gt;" vertex="1">
          <mxGeometry height="30" width="240" x="4918.87" y="1265" as="geometry" />
        </mxCell>
        <mxCell id="In8fDh9ZLN2M87an2Miy-198" parent="1" style="text;html=1;whiteSpace=wrap;strokeColor=none;fillColor=none;align=center;verticalAlign=middle;rounded=0;fontSize=32;" value="BNPL request flow" vertex="1">
          <mxGeometry height="30" width="470" x="-80" y="2930" as="geometry" />
        </mxCell>
        <mxCell id="In8fDh9ZLN2M87an2Miy-199" edge="1" parent="1" source="In8fDh9ZLN2M87an2Miy-200" style="edgeStyle=orthogonalEdgeStyle;rounded=0;orthogonalLoop=1;jettySize=auto;html=1;" target="In8fDh9ZLN2M87an2Miy-202" value="">
          <mxGeometry relative="1" as="geometry" />
        </mxCell>
        <mxCell id="In8fDh9ZLN2M87an2Miy-200" parent="1" style="shape=umlActor;verticalLabelPosition=bottom;verticalAlign=top;html=1;outlineConnect=0;" value="Actor" vertex="1">
          <mxGeometry height="60" width="30" x="20" y="3135" as="geometry" />
        </mxCell>
        <mxCell id="In8fDh9ZLN2M87an2Miy-201" edge="1" parent="1" source="In8fDh9ZLN2M87an2Miy-202" style="edgeStyle=orthogonalEdgeStyle;rounded=0;orthogonalLoop=1;jettySize=auto;html=1;entryX=0.011;entryY=0.06;entryDx=0;entryDy=0;entryPerimeter=0;" target="In8fDh9ZLN2M87an2Miy-209" value="">
          <mxGeometry relative="1" as="geometry">
            <mxPoint x="440" y="3165" as="targetPoint" />
          </mxGeometry>
        </mxCell>
        <mxCell id="In8fDh9ZLN2M87an2Miy-202" parent="1" style="whiteSpace=wrap;html=1;verticalAlign=top;" value="&lt;div&gt;&lt;br&gt;&lt;/div&gt;&lt;div&gt;One tap loan&lt;/div&gt;" vertex="1">
          <mxGeometry height="60" width="120" x="230" y="3135" as="geometry" />
        </mxCell>
        <mxCell id="In8fDh9ZLN2M87an2Miy-203" edge="1" parent="1" source="In8fDh9ZLN2M87an2Miy-205" style="edgeStyle=orthogonalEdgeStyle;rounded=0;orthogonalLoop=1;jettySize=auto;html=1;" target="In8fDh9ZLN2M87an2Miy-206" value="">
          <mxGeometry relative="1" as="geometry" />
        </mxCell>
        <mxCell id="In8fDh9ZLN2M87an2Miy-204" connectable="0" parent="In8fDh9ZLN2M87an2Miy-203" style="edgeLabel;html=1;align=center;verticalAlign=middle;resizable=0;points=[];" value="0" vertex="1">
          <mxGeometry relative="1" x="-0.2091" y="-1" as="geometry">
            <mxPoint as="offset" />
          </mxGeometry>
        </mxCell>
        <mxCell id="In8fDh9ZLN2M87an2Miy-213" edge="1" parent="1" source="In8fDh9ZLN2M87an2Miy-205" style="edgeStyle=orthogonalEdgeStyle;rounded=0;orthogonalLoop=1;jettySize=auto;html=1;" target="In8fDh9ZLN2M87an2Miy-212" value="">
          <mxGeometry relative="1" as="geometry" />
        </mxCell>
        <mxCell id="In8fDh9ZLN2M87an2Miy-205" parent="1" style="rhombus;whiteSpace=wrap;html=1;verticalAlign=top;" value="&lt;br&gt;&lt;br&gt;&lt;div&gt;&lt;br&gt;&lt;/div&gt;&lt;div&gt;Loan validation&lt;br&gt;success&lt;/div&gt;" vertex="1">
          <mxGeometry height="120" width="140" x="720" y="3105" as="geometry" />
        </mxCell>
        <mxCell id="In8fDh9ZLN2M87an2Miy-206" parent="1" style="whiteSpace=wrap;html=1;verticalAlign=middle;" value="Return err message" vertex="1">
          <mxGeometry height="60" width="120" x="730" y="3305" as="geometry" />
        </mxCell>
        <mxCell id="In8fDh9ZLN2M87an2Miy-207" edge="1" parent="1" source="In8fDh9ZLN2M87an2Miy-208" style="edgeStyle=orthogonalEdgeStyle;rounded=0;orthogonalLoop=1;jettySize=auto;html=1;entryX=0;entryY=0.5;entryDx=0;entryDy=0;" target="In8fDh9ZLN2M87an2Miy-205">
          <mxGeometry relative="1" as="geometry" />
        </mxCell>
        <mxCell id="In8fDh9ZLN2M87an2Miy-208" parent="1" style="swimlane;fontStyle=0;childLayout=stackLayout;horizontal=1;startSize=30;horizontalStack=0;resizeParent=1;resizeParentMax=0;resizeLast=0;collapsible=1;marginBottom=0;whiteSpace=wrap;html=1;" value="Validations" vertex="1">
          <mxGeometry height="120" width="140" x="460" y="3135" as="geometry" />
        </mxCell>
        <mxCell id="In8fDh9ZLN2M87an2Miy-209" parent="In8fDh9ZLN2M87an2Miy-208" style="text;strokeColor=none;fillColor=none;align=left;verticalAlign=middle;spacingLeft=4;spacingRight=4;overflow=hidden;points=[[0,0.5],[1,0.5]];portConstraint=eastwest;rotatable=0;whiteSpace=wrap;html=1;" value="user status" vertex="1">
          <mxGeometry height="30" width="140" y="30" as="geometry" />
        </mxCell>
        <mxCell id="In8fDh9ZLN2M87an2Miy-210" parent="In8fDh9ZLN2M87an2Miy-208" style="text;strokeColor=none;fillColor=none;align=left;verticalAlign=middle;spacingLeft=4;spacingRight=4;overflow=hidden;points=[[0,0.5],[1,0.5]];portConstraint=eastwest;rotatable=0;whiteSpace=wrap;html=1;" value="kyc status" vertex="1">
          <mxGeometry height="30" width="140" y="60" as="geometry" />
        </mxCell>
        <mxCell id="In8fDh9ZLN2M87an2Miy-211" parent="In8fDh9ZLN2M87an2Miy-208" style="text;strokeColor=none;fillColor=none;align=left;verticalAlign=middle;spacingLeft=4;spacingRight=4;overflow=hidden;points=[[0,0.5],[1,0.5]];portConstraint=eastwest;rotatable=0;whiteSpace=wrap;html=1;" value="loan limit status" vertex="1">
          <mxGeometry height="30" width="140" y="90" as="geometry" />
        </mxCell>
        <mxCell id="In8fDh9ZLN2M87an2Miy-212" parent="1" style="whiteSpace=wrap;html=1;verticalAlign=middle;" value="Same as one-tap ??" vertex="1">
          <mxGeometry height="60" width="120" x="950" y="3135" as="geometry" />
        </mxCell>
        <mxCell id="In8fDh9ZLN2M87an2Miy-218" edge="1" parent="1" source="In8fDh9ZLN2M87an2Miy-214" style="edgeStyle=orthogonalEdgeStyle;rounded=0;orthogonalLoop=1;jettySize=auto;html=1;entryX=0;entryY=0.5;entryDx=0;entryDy=0;" target="In8fDh9ZLN2M87an2Miy-134">
          <mxGeometry relative="1" as="geometry">
            <Array as="points">
              <mxPoint x="4860" y="2630" />
            </Array>
          </mxGeometry>
        </mxCell>
        <mxCell id="In8fDh9ZLN2M87an2Miy-221" edge="1" parent="1" source="In8fDh9ZLN2M87an2Miy-214" style="edgeStyle=orthogonalEdgeStyle;rounded=0;orthogonalLoop=1;jettySize=auto;html=1;entryX=0;entryY=0.5;entryDx=0;entryDy=0;" target="In8fDh9ZLN2M87an2Miy-149">
          <mxGeometry relative="1" as="geometry">
            <Array as="points">
              <mxPoint x="4303" y="2680" />
            </Array>
          </mxGeometry>
        </mxCell>
        <mxCell id="In8fDh9ZLN2M87an2Miy-214" parent="1" style="rhombus;whiteSpace=wrap;html=1;" value="200" vertex="1">
          <mxGeometry height="80" width="80" x="4262.62" y="2590" as="geometry" />
        </mxCell>
        <mxCell id="In8fDh9ZLN2M87an2Miy-223" edge="1" parent="1" source="In8fDh9ZLN2M87an2Miy-222" style="edgeStyle=orthogonalEdgeStyle;rounded=0;orthogonalLoop=1;jettySize=auto;html=1;" target="In8fDh9ZLN2M87an2Miy-134">
          <mxGeometry relative="1" as="geometry" />
        </mxCell>
        <mxCell id="In8fDh9ZLN2M87an2Miy-226" edge="1" parent="1" source="In8fDh9ZLN2M87an2Miy-222" style="edgeStyle=orthogonalEdgeStyle;rounded=0;orthogonalLoop=1;jettySize=auto;html=1;" target="In8fDh9ZLN2M87an2Miy-225" value="">
          <mxGeometry relative="1" as="geometry" />
        </mxCell>
        <mxCell id="In8fDh9ZLN2M87an2Miy-222" parent="1" style="rhombus;whiteSpace=wrap;html=1;" value="loan -&amp;gt; casa &lt;br&gt;amount match" vertex="1">
          <mxGeometry height="156.25" width="155" x="4561.37" y="2201.88" as="geometry" />
        </mxCell>
        <mxCell id="In8fDh9ZLN2M87an2Miy-225" parent="1" style="whiteSpace=wrap;html=1;" value="status = manual_review??" vertex="1">
          <mxGeometry height="60" width="120" x="4578.87" y="2429.995" as="geometry" />
        </mxCell>
        <mxCell id="In8fDh9ZLN2M87an2Miy-234" edge="1" parent="1" source="In8fDh9ZLN2M87an2Miy-228" style="edgeStyle=orthogonalEdgeStyle;rounded=0;orthogonalLoop=1;jettySize=auto;html=1;" target="In8fDh9ZLN2M87an2Miy-233" value="">
          <mxGeometry relative="1" as="geometry" />
        </mxCell>
        <mxCell id="In8fDh9ZLN2M87an2Miy-245" edge="1" parent="1" source="In8fDh9ZLN2M87an2Miy-228" style="edgeStyle=orthogonalEdgeStyle;rounded=0;orthogonalLoop=1;jettySize=auto;html=1;entryX=0;entryY=0.5;entryDx=0;entryDy=0;" target="In8fDh9ZLN2M87an2Miy-161">
          <mxGeometry relative="1" as="geometry" />
        </mxCell>
        <mxCell id="In8fDh9ZLN2M87an2Miy-228" parent="1" style="rhombus;whiteSpace=wrap;html=1;" value="Polaris&lt;br&gt;/line/&lt;span style=&quot;color: rgb(33, 33, 33); font-family: Inter, system-ui, -apple-system, &amp;quot;system-ui&amp;quot;, &amp;quot;Segoe UI&amp;quot;, Roboto, Oxygen, Ubuntu, Cantarell, &amp;quot;Fira Sans&amp;quot;, &amp;quot;Droid Sans&amp;quot;, Helvetica, Arial, sans-serif; text-align: left; white-space: pre-wrap; background-color: rgb(255, 255, 255);&quot;&gt;getAccountDetail&lt;/span&gt;&lt;br&gt;200" vertex="1">
          <mxGeometry height="225" width="260" x="190" y="1020" as="geometry" />
        </mxCell>
        <mxCell id="In8fDh9ZLN2M87an2Miy-236" edge="1" parent="1" source="In8fDh9ZLN2M87an2Miy-233" style="edgeStyle=orthogonalEdgeStyle;rounded=0;orthogonalLoop=1;jettySize=auto;html=1;" target="In8fDh9ZLN2M87an2Miy-235" value="">
          <mxGeometry relative="1" as="geometry" />
        </mxCell>
        <mxCell id="In8fDh9ZLN2M87an2Miy-242" edge="1" parent="1" source="In8fDh9ZLN2M87an2Miy-233" style="edgeStyle=orthogonalEdgeStyle;rounded=0;orthogonalLoop=1;jettySize=auto;html=1;entryX=0;entryY=0.5;entryDx=0;entryDy=0;" target="In8fDh9ZLN2M87an2Miy-241" value="">
          <mxGeometry relative="1" as="geometry">
            <mxPoint x="390" y="1372.5" as="targetPoint" />
          </mxGeometry>
        </mxCell>
        <mxCell id="In8fDh9ZLN2M87an2Miy-233" parent="1" style="rhombus;whiteSpace=wrap;html=1;" value="501" vertex="1">
          <mxGeometry height="80" width="80" x="280" y="1332.5" as="geometry" />
        </mxCell>
        <mxCell id="In8fDh9ZLN2M87an2Miy-238" edge="1" parent="1" source="In8fDh9ZLN2M87an2Miy-235" style="edgeStyle=orthogonalEdgeStyle;rounded=0;orthogonalLoop=1;jettySize=auto;html=1;entryX=0;entryY=0.5;entryDx=0;entryDy=0;" target="In8fDh9ZLN2M87an2Miy-237" value="">
          <mxGeometry relative="1" as="geometry">
            <mxPoint x="460" y="1555" as="targetPoint" />
          </mxGeometry>
        </mxCell>
        <mxCell id="In8fDh9ZLN2M87an2Miy-240" edge="1" parent="1" source="In8fDh9ZLN2M87an2Miy-235" style="edgeStyle=orthogonalEdgeStyle;rounded=0;orthogonalLoop=1;jettySize=auto;html=1;" target="In8fDh9ZLN2M87an2Miy-239" value="">
          <mxGeometry relative="1" as="geometry" />
        </mxCell>
        <mxCell id="In8fDh9ZLN2M87an2Miy-235" parent="1" style="rhombus;whiteSpace=wrap;html=1;" value="timeout, http err" vertex="1">
          <mxGeometry height="125" width="120" x="260" y="1492.5" as="geometry" />
        </mxCell>
        <mxCell id="In8fDh9ZLN2M87an2Miy-237" parent="1" style="whiteSpace=wrap;html=1;" value="return err msg&lt;br&gt;try again" vertex="1">
          <mxGeometry height="60" width="120" x="480" y="1525" as="geometry" />
        </mxCell>
        <mxCell id="In8fDh9ZLN2M87an2Miy-239" parent="1" style="whiteSpace=wrap;html=1;" value="return err msg&lt;br&gt;try again?" vertex="1">
          <mxGeometry height="60" width="120" x="260" y="1730" as="geometry" />
        </mxCell>
        <mxCell id="In8fDh9ZLN2M87an2Miy-241" parent="1" style="whiteSpace=wrap;html=1;" value="return err msg" vertex="1">
          <mxGeometry height="60" width="120" x="460" y="1345" as="geometry" />
        </mxCell>
        <mxCell id="In8fDh9ZLN2M87an2Miy-247" parent="1" style="swimlane;fontStyle=0;childLayout=stackLayout;horizontal=1;startSize=30;horizontalStack=0;resizeParent=1;resizeParentMax=0;resizeLast=0;collapsible=1;marginBottom=0;whiteSpace=wrap;html=1;" value="Call Polaris APIs in order:" vertex="1">
-           <mxGeometry height="210" width="210" x="2090" y="1115" as="geometry" />
+           <mxGeometry height="210" width="210" x="2080" y="1115" as="geometry" />
        </mxCell>
        <mxCell id="In8fDh9ZLN2M87an2Miy-248" parent="In8fDh9ZLN2M87an2Miy-247" style="text;strokeColor=none;fillColor=none;align=left;verticalAlign=middle;spacingLeft=4;spacingRight=4;overflow=hidden;points=[[0,0.5],[1,0.5]];portConstraint=eastwest;rotatable=0;whiteSpace=wrap;html=1;" value="&lt;span style=&quot;text-align: center;&quot;&gt;/loan/createAccount&lt;/span&gt;" vertex="1">
          <mxGeometry height="30" width="210" y="30" as="geometry" />
        </mxCell>
        <mxCell id="In8fDh9ZLN2M87an2Miy-249" parent="In8fDh9ZLN2M87an2Miy-247" style="text;strokeColor=none;fillColor=none;align=left;verticalAlign=middle;spacingLeft=4;spacingRight=4;overflow=hidden;points=[[0,0.5],[1,0.5]];portConstraint=eastwest;rotatable=0;whiteSpace=wrap;html=1;" value="&lt;span style=&quot;text-align: center; background-color: light-dark(#ffffff, var(--ge-dark-color, #121212));&quot;&gt;/loan/openAccount&lt;/span&gt;" vertex="1">
          <mxGeometry height="30" width="210" y="60" as="geometry" />
        </mxCell>
        <mxCell id="In8fDh9ZLN2M87an2Miy-250" parent="In8fDh9ZLN2M87an2Miy-247" style="text;strokeColor=none;fillColor=none;align=left;verticalAlign=middle;spacingLeft=4;spacingRight=4;overflow=hidden;points=[[0,0.5],[1,0.5]];portConstraint=eastwest;rotatable=0;whiteSpace=wrap;html=1;" value="&lt;span style=&quot;text-align: center;&quot;&gt;/loan/&lt;/span&gt;&lt;span style=&quot;background-color: rgb(252, 246, 219); color: rgb(0, 0, 0); font-family: &amp;quot;Anonymous Pro&amp;quot;, Menlo, Consolas, &amp;quot;Bitstream Vera Sans Mono&amp;quot;, &amp;quot;Courier New&amp;quot;, monospace; font-size: 0.9em;&quot;&gt;createNrsSchedule&lt;/span&gt;" vertex="1">
          <mxGeometry height="30" width="210" y="90" as="geometry" />
        </mxCell>
        <mxCell id="In8fDh9ZLN2M87an2Miy-251" parent="In8fDh9ZLN2M87an2Miy-247" style="text;strokeColor=none;fillColor=none;align=left;verticalAlign=middle;spacingLeft=4;spacingRight=4;overflow=hidden;points=[[0,0.5],[1,0.5]];portConstraint=eastwest;rotatable=0;whiteSpace=wrap;html=1;" value="&lt;span style=&quot;font-family: &amp;quot;Anonymous Pro&amp;quot;, Menlo, Consolas, &amp;quot;Bitstream Vera Sans Mono&amp;quot;, &amp;quot;Courier New&amp;quot;, monospace; font-size: 10.8px; white-space: pre-wrap;&quot;&gt;&lt;font style=&quot;color: light-dark(rgb(237, 237, 237), rgb(255, 255, 255));&quot;&gt;/line/linkLineAccountToLoan&lt;/font&gt;&lt;/span&gt;" vertex="1">
          <mxGeometry height="30" width="210" y="120" as="geometry" />
        </mxCell>
        <mxCell id="In8fDh9ZLN2M87an2Miy-256" parent="In8fDh9ZLN2M87an2Miy-247" style="text;strokeColor=none;fillColor=none;align=left;verticalAlign=middle;spacingLeft=4;spacingRight=4;overflow=hidden;points=[[0,0.5],[1,0.5]];portConstraint=eastwest;rotatable=0;whiteSpace=wrap;html=1;" value="&lt;span style=&quot;text-align: center;&quot;&gt;/loan/&lt;/span&gt;&lt;span style=&quot;white-space: pre-wrap; color: rgb(33, 33, 33); font-family: Inter, system-ui, -apple-system, &amp;quot;system-ui&amp;quot;, &amp;quot;Segoe UI&amp;quot;, Roboto, Oxygen, Ubuntu, Cantarell, &amp;quot;Fira Sans&amp;quot;, &amp;quot;Droid Sans&amp;quot;, Helvetica, Arial, sans-serif; background-color: rgb(255, 255, 255);&quot;&gt;grantLoanNonCash&lt;/span&gt;" vertex="1">
          <mxGeometry height="30" width="210" y="150" as="geometry" />
        </mxCell>
        <mxCell id="In8fDh9ZLN2M87an2Miy-255" parent="In8fDh9ZLN2M87an2Miy-247" style="text;strokeColor=none;fillColor=none;align=left;verticalAlign=middle;spacingLeft=4;spacingRight=4;overflow=hidden;points=[[0,0.5],[1,0.5]];portConstraint=eastwest;rotatable=0;whiteSpace=wrap;html=1;" value="&lt;font face=&quot;Inter, system-ui, -apple-system, system-ui, Segoe UI, Roboto, Oxygen, Ubuntu, Cantarell, Fira Sans, Droid Sans, Helvetica, Arial, sans-serif&quot; style=&quot;color: light-dark(rgb(188, 188, 188), rgb(255, 255, 255));&quot;&gt;&lt;span style=&quot;white-space-collapse: preserve;&quot;&gt;CGW Trigger&lt;/span&gt;&lt;/font&gt;" vertex="1">
          <mxGeometry height="30" width="210" y="180" as="geometry" />
        </mxCell>
      </root>
    </mxGraphModel>
  </diagram>
</mxfile>
